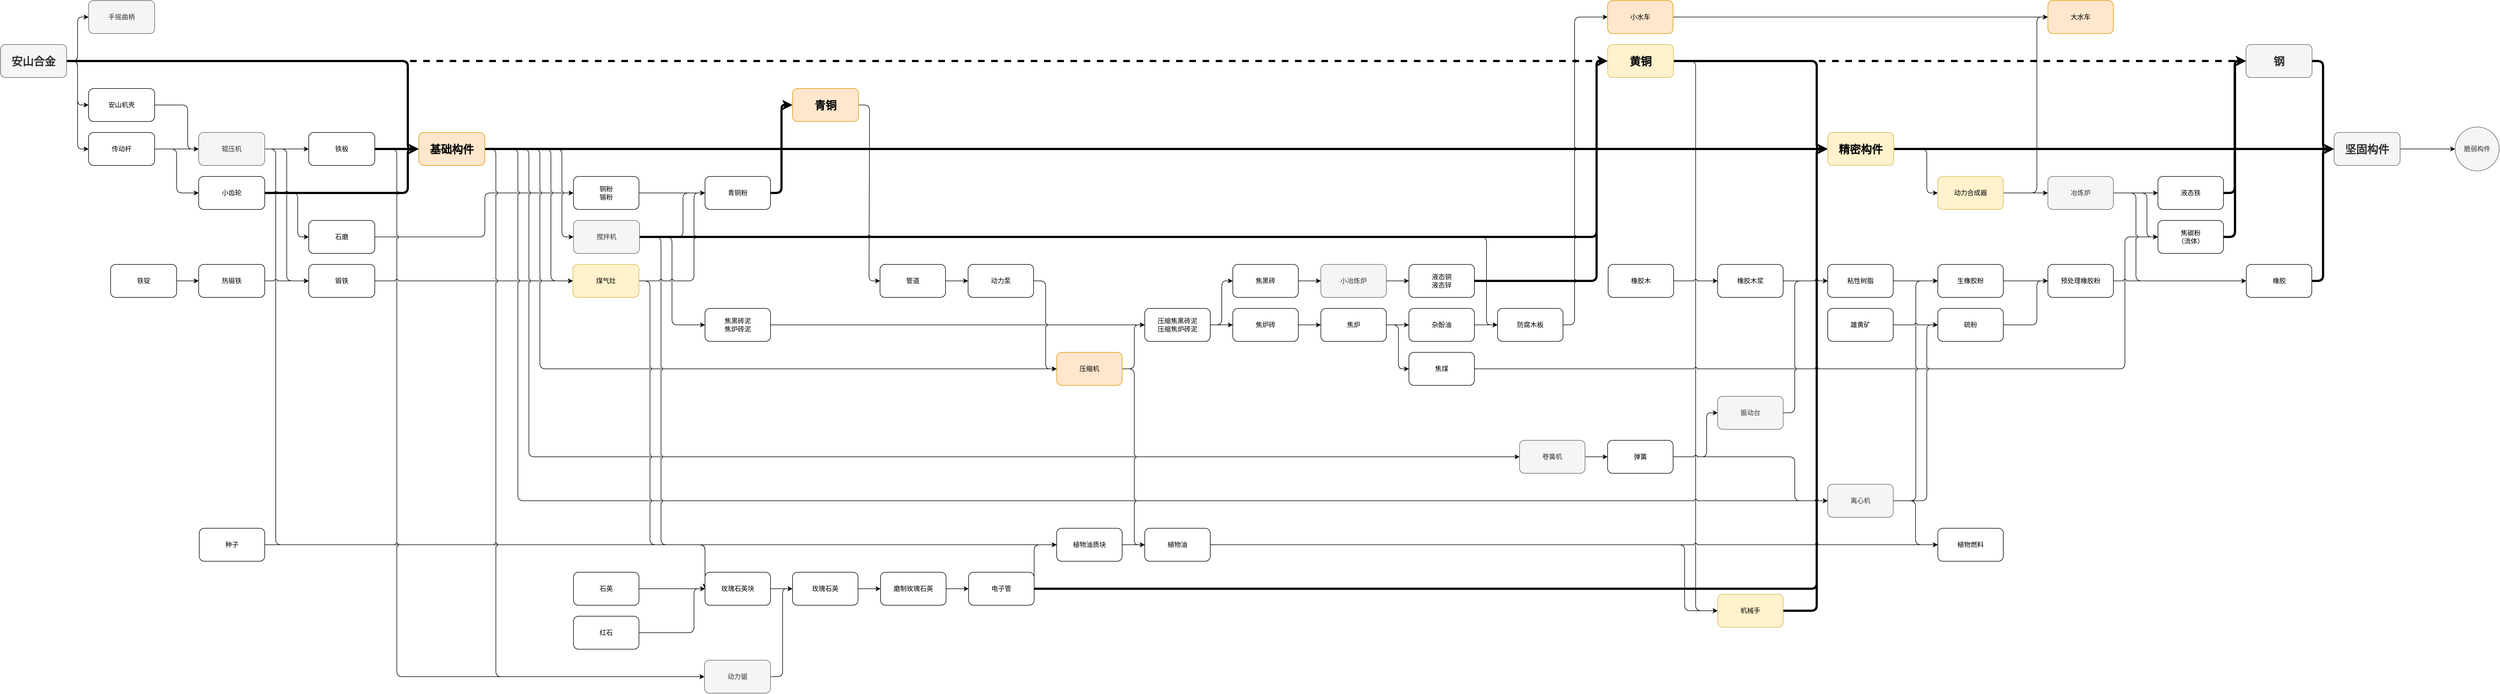
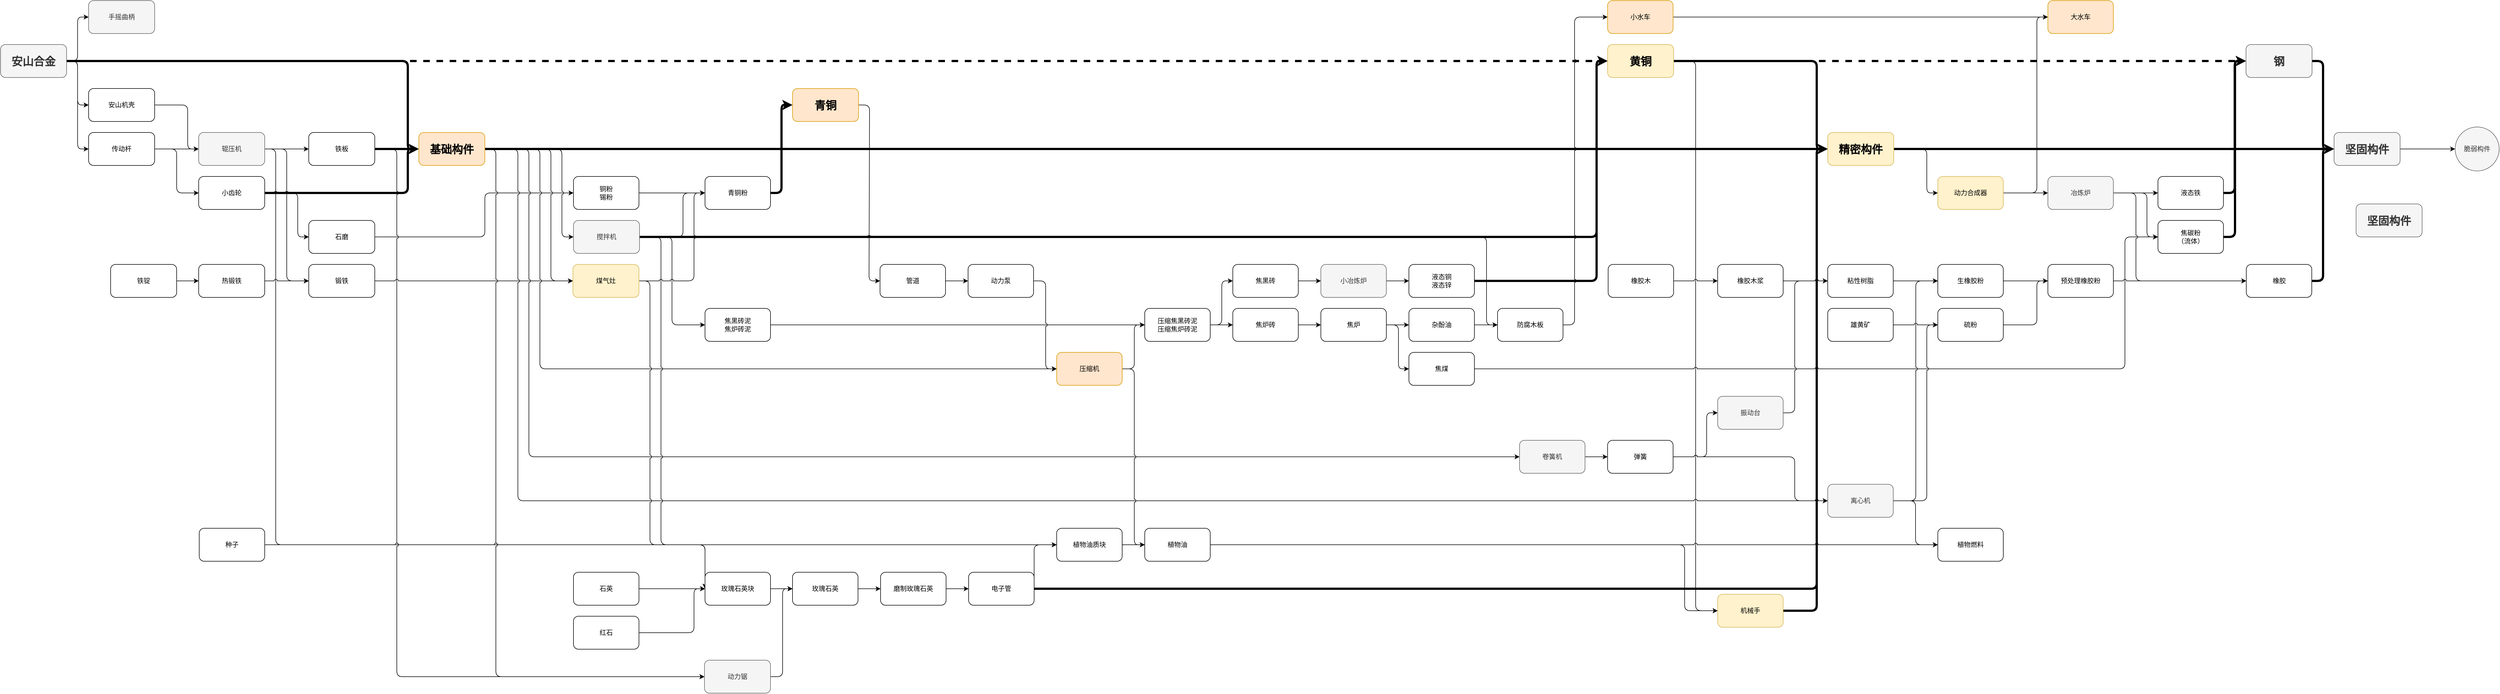
<mxfile host="app.diagrams.net">
  <diagram name="第 1 页" id="wbue6hbnNwZZhj_0dkD_">
-     <mxGraphModel dx="1562" dy="2036" grid="1" gridSize="10" guides="1" tooltips="1" connect="1" arrows="1" fold="1" page="1" pageScale="1" pageWidth="827" pageHeight="1169" math="0" shadow="0">
+     <mxGraphModel dx="1256" dy="1976" grid="1" gridSize="10" guides="1" tooltips="1" connect="1" arrows="1" fold="1" page="1" pageScale="1" pageWidth="827" pageHeight="1169" math="0" shadow="0">
      <root>
        <mxCell id="0" />
        <mxCell id="1" parent="0" />
        <mxCell id="hVVgvd0LLLONm7yzlIF5-7" edge="1" parent="1" source="hVVgvd0LLLONm7yzlIF5-4" style="edgeStyle=orthogonalEdgeStyle;rounded=1;orthogonalLoop=1;jettySize=auto;html=1;exitX=1;exitY=0.5;exitDx=0;exitDy=0;curved=0;strokeColor=#000000;align=center;verticalAlign=middle;fontFamily=Helvetica;fontSize=11;fontColor=default;labelBackgroundColor=default;jumpStyle=none;endArrow=classic;strokeWidth=4;dashed=1;" target="hVVgvd0LLLONm7yzlIF5-5">
          <mxGeometry relative="1" as="geometry">
            <Array as="points">
              <mxPoint x="310" y="-800" />
              <mxPoint x="310" y="-800" />
            </Array>
          </mxGeometry>
        </mxCell>
        <mxCell id="hVVgvd0LLLONm7yzlIF5-9" edge="1" parent="1" source="hVVgvd0LLLONm7yzlIF5-4" style="edgeStyle=orthogonalEdgeStyle;rounded=1;orthogonalLoop=1;jettySize=auto;html=1;exitX=1;exitY=0.5;exitDx=0;exitDy=0;entryX=0;entryY=0.5;entryDx=0;entryDy=0;curved=0;jumpStyle=arc;strokeColor=default;align=center;verticalAlign=middle;fontFamily=Helvetica;fontSize=11;fontColor=default;labelBackgroundColor=default;endArrow=classic;" target="hVVgvd0LLLONm7yzlIF5-8">
          <mxGeometry relative="1" as="geometry">
            <Array as="points">
              <mxPoint x="180" y="-800" />
              <mxPoint x="180" y="-640" />
            </Array>
          </mxGeometry>
        </mxCell>
        <mxCell id="hVVgvd0LLLONm7yzlIF5-11" edge="1" parent="1" source="hVVgvd0LLLONm7yzlIF5-4" style="edgeStyle=orthogonalEdgeStyle;rounded=1;orthogonalLoop=1;jettySize=auto;html=1;exitX=1;exitY=0.5;exitDx=0;exitDy=0;entryX=0;entryY=0.5;entryDx=0;entryDy=0;curved=0;strokeColor=default;align=center;verticalAlign=middle;fontFamily=Helvetica;fontSize=11;fontColor=default;labelBackgroundColor=default;jumpStyle=arc;endArrow=classic;" target="hVVgvd0LLLONm7yzlIF5-10">
          <mxGeometry relative="1" as="geometry" />
        </mxCell>
        <mxCell id="hVVgvd0LLLONm7yzlIF5-25" edge="1" parent="1" source="hVVgvd0LLLONm7yzlIF5-4" style="edgeStyle=orthogonalEdgeStyle;shape=connector;curved=0;rounded=1;jumpStyle=none;orthogonalLoop=1;jettySize=auto;html=1;exitX=1;exitY=0.5;exitDx=0;exitDy=0;entryX=0;entryY=0.5;entryDx=0;entryDy=0;strokeColor=default;align=center;verticalAlign=middle;fontFamily=Helvetica;fontSize=11;fontColor=default;labelBackgroundColor=default;endArrow=classic;strokeWidth=4;" target="hVVgvd0LLLONm7yzlIF5-23">
          <mxGeometry relative="1" as="geometry">
            <Array as="points">
              <mxPoint x="780" y="-800" />
              <mxPoint x="780" y="-640" />
            </Array>
          </mxGeometry>
        </mxCell>
        <mxCell id="BimTSkt5NrRpgPhiDMTA-27" edge="1" parent="1" source="hVVgvd0LLLONm7yzlIF5-4" style="edgeStyle=orthogonalEdgeStyle;shape=connector;curved=0;rounded=1;jumpStyle=arc;orthogonalLoop=1;jettySize=auto;html=1;exitX=1;exitY=0.5;exitDx=0;exitDy=0;entryX=0;entryY=0.5;entryDx=0;entryDy=0;strokeColor=default;align=center;verticalAlign=middle;fontFamily=Helvetica;fontSize=11;fontColor=default;labelBackgroundColor=default;endArrow=classic;" target="BimTSkt5NrRpgPhiDMTA-26">
          <mxGeometry relative="1" as="geometry" />
        </mxCell>
        <mxCell id="hVVgvd0LLLONm7yzlIF5-4" parent="1" style="rounded=1;whiteSpace=wrap;html=1;fillColor=#f5f5f5;fontColor=#333333;strokeColor=#666666;" value="&lt;b&gt;&lt;font style=&quot;font-size: 20px;&quot;&gt;安山合金&lt;/font&gt;&lt;/b&gt;" vertex="1">
          <mxGeometry height="60" width="120" x="40" y="-830" as="geometry" />
        </mxCell>
        <mxCell id="BimTSkt5NrRpgPhiDMTA-9" edge="1" parent="1" source="hVVgvd0LLLONm7yzlIF5-5" style="edgeStyle=orthogonalEdgeStyle;shape=connector;curved=0;rounded=1;jumpStyle=arc;orthogonalLoop=1;jettySize=auto;html=1;exitX=1;exitY=0.5;exitDx=0;exitDy=0;entryX=0;entryY=0.5;entryDx=0;entryDy=0;strokeColor=default;align=center;verticalAlign=middle;fontFamily=Helvetica;fontSize=11;fontColor=default;labelBackgroundColor=default;endArrow=classic;strokeWidth=4;" target="BimTSkt5NrRpgPhiDMTA-8">
          <mxGeometry relative="1" as="geometry">
            <Array as="points">
              <mxPoint x="3340" y="-800" />
              <mxPoint x="3340" y="-640" />
            </Array>
          </mxGeometry>
        </mxCell>
        <mxCell id="BimTSkt5NrRpgPhiDMTA-15" edge="1" parent="1" source="hVVgvd0LLLONm7yzlIF5-5" style="edgeStyle=orthogonalEdgeStyle;shape=connector;curved=0;rounded=1;jumpStyle=arc;orthogonalLoop=1;jettySize=auto;html=1;exitX=1;exitY=0.5;exitDx=0;exitDy=0;entryX=0;entryY=0.5;entryDx=0;entryDy=0;strokeColor=default;align=center;verticalAlign=middle;fontFamily=Helvetica;fontSize=11;fontColor=default;labelBackgroundColor=default;endArrow=classic;" target="BimTSkt5NrRpgPhiDMTA-11">
          <mxGeometry relative="1" as="geometry">
            <Array as="points">
              <mxPoint x="3120" y="-800" />
              <mxPoint x="3120" y="200" />
            </Array>
          </mxGeometry>
        </mxCell>
        <mxCell id="BimTSkt5NrRpgPhiDMTA-49" edge="1" parent="1" source="hVVgvd0LLLONm7yzlIF5-5" style="edgeStyle=orthogonalEdgeStyle;rounded=1;orthogonalLoop=1;jettySize=auto;html=1;exitX=1;exitY=0.5;exitDx=0;exitDy=0;entryX=0;entryY=0.5;entryDx=0;entryDy=0;strokeWidth=4;dashed=1;" target="BimTSkt5NrRpgPhiDMTA-45">
          <mxGeometry relative="1" as="geometry" />
        </mxCell>
        <mxCell id="hVVgvd0LLLONm7yzlIF5-5" parent="1" style="rounded=1;whiteSpace=wrap;html=1;fillColor=#fff2cc;strokeColor=#d6b656;" value="&lt;b&gt;&lt;font style=&quot;font-size: 20px;&quot;&gt;黄铜&lt;/font&gt;&lt;/b&gt;" vertex="1">
          <mxGeometry height="60" width="120" x="2960" y="-830" as="geometry" />
        </mxCell>
        <mxCell id="hVVgvd0LLLONm7yzlIF5-39" edge="1" parent="1" source="hVVgvd0LLLONm7yzlIF5-6" style="edgeStyle=orthogonalEdgeStyle;shape=connector;curved=0;rounded=1;jumpStyle=arc;orthogonalLoop=1;jettySize=auto;html=1;exitX=1;exitY=0.5;exitDx=0;exitDy=0;entryX=0;entryY=0.5;entryDx=0;entryDy=0;strokeColor=default;align=center;verticalAlign=middle;fontFamily=Helvetica;fontSize=11;fontColor=default;labelBackgroundColor=default;endArrow=classic;" target="hVVgvd0LLLONm7yzlIF5-38">
          <mxGeometry relative="1" as="geometry" />
        </mxCell>
        <mxCell id="hVVgvd0LLLONm7yzlIF5-6" parent="1" style="rounded=1;whiteSpace=wrap;html=1;fillColor=#ffe6cc;strokeColor=#d79b00;" value="&lt;b&gt;&lt;font style=&quot;font-size: 20px;&quot;&gt;青铜&lt;/font&gt;&lt;/b&gt;" vertex="1">
          <mxGeometry height="60" width="120" x="1479" y="-750" as="geometry" />
        </mxCell>
        <mxCell id="hVVgvd0LLLONm7yzlIF5-14" edge="1" parent="1" source="hVVgvd0LLLONm7yzlIF5-8" style="edgeStyle=orthogonalEdgeStyle;shape=connector;curved=0;rounded=1;orthogonalLoop=1;jettySize=auto;html=1;exitX=1;exitY=0.5;exitDx=0;exitDy=0;entryX=0;entryY=0.5;entryDx=0;entryDy=0;strokeColor=default;align=center;verticalAlign=middle;fontFamily=Helvetica;fontSize=11;fontColor=default;labelBackgroundColor=default;endArrow=classic;jumpStyle=arc;" target="hVVgvd0LLLONm7yzlIF5-12">
          <mxGeometry relative="1" as="geometry" />
        </mxCell>
        <mxCell id="hVVgvd0LLLONm7yzlIF5-16" edge="1" parent="1" source="hVVgvd0LLLONm7yzlIF5-8" style="edgeStyle=orthogonalEdgeStyle;shape=connector;curved=0;rounded=1;orthogonalLoop=1;jettySize=auto;html=1;exitX=1;exitY=0.5;exitDx=0;exitDy=0;entryX=0;entryY=0.5;entryDx=0;entryDy=0;strokeColor=default;align=center;verticalAlign=middle;fontFamily=Helvetica;fontSize=11;fontColor=default;labelBackgroundColor=default;endArrow=classic;jumpStyle=arc;" target="hVVgvd0LLLONm7yzlIF5-15">
          <mxGeometry relative="1" as="geometry">
            <Array as="points">
              <mxPoint x="360" y="-640" />
              <mxPoint x="360" y="-560" />
            </Array>
            <mxPoint x="320" y="-720.02" as="sourcePoint" />
            <mxPoint x="400" y="-560.02" as="targetPoint" />
          </mxGeometry>
        </mxCell>
        <mxCell id="hVVgvd0LLLONm7yzlIF5-8" parent="1" style="rounded=1;whiteSpace=wrap;html=1;" value="传动杆" vertex="1">
          <mxGeometry height="60" width="120" x="200" y="-670" as="geometry" />
        </mxCell>
        <mxCell id="hVVgvd0LLLONm7yzlIF5-13" edge="1" parent="1" source="hVVgvd0LLLONm7yzlIF5-10" style="edgeStyle=orthogonalEdgeStyle;shape=connector;curved=0;rounded=1;orthogonalLoop=1;jettySize=auto;html=1;exitX=1;exitY=0.5;exitDx=0;exitDy=0;strokeColor=default;align=center;verticalAlign=middle;fontFamily=Helvetica;fontSize=11;fontColor=default;labelBackgroundColor=default;endArrow=classic;entryX=0;entryY=0.5;entryDx=0;entryDy=0;jumpStyle=arc;" target="hVVgvd0LLLONm7yzlIF5-12">
          <mxGeometry relative="1" as="geometry">
            <Array as="points">
              <mxPoint x="380" y="-720" />
              <mxPoint x="380" y="-640" />
            </Array>
          </mxGeometry>
        </mxCell>
        <mxCell id="hVVgvd0LLLONm7yzlIF5-10" parent="1" style="rounded=1;whiteSpace=wrap;html=1;" value="安山机壳" vertex="1">
          <mxGeometry height="60" width="120" x="200" y="-750" as="geometry" />
        </mxCell>
        <mxCell id="hVVgvd0LLLONm7yzlIF5-19" edge="1" parent="1" source="hVVgvd0LLLONm7yzlIF5-12" style="edgeStyle=orthogonalEdgeStyle;shape=connector;curved=0;rounded=1;orthogonalLoop=1;jettySize=auto;html=1;exitX=1;exitY=0.5;exitDx=0;exitDy=0;entryX=0;entryY=0.5;entryDx=0;entryDy=0;strokeColor=default;align=center;verticalAlign=middle;fontFamily=Helvetica;fontSize=11;fontColor=default;labelBackgroundColor=default;endArrow=classic;jumpStyle=arc;" target="hVVgvd0LLLONm7yzlIF5-18">
          <mxGeometry relative="1" as="geometry" />
        </mxCell>
        <mxCell id="hVVgvd0LLLONm7yzlIF5-22" edge="1" parent="1" source="hVVgvd0LLLONm7yzlIF5-12" style="edgeStyle=orthogonalEdgeStyle;shape=connector;curved=0;rounded=1;orthogonalLoop=1;jettySize=auto;html=1;exitX=1;exitY=0.5;exitDx=0;exitDy=0;entryX=0;entryY=0.5;entryDx=0;entryDy=0;strokeColor=default;align=center;verticalAlign=middle;fontFamily=Helvetica;fontSize=11;fontColor=default;labelBackgroundColor=default;endArrow=classic;jumpStyle=arc;" target="hVVgvd0LLLONm7yzlIF5-21">
          <mxGeometry relative="1" as="geometry" />
        </mxCell>
        <mxCell id="BimTSkt5NrRpgPhiDMTA-93" edge="1" parent="1" source="hVVgvd0LLLONm7yzlIF5-12" style="edgeStyle=orthogonalEdgeStyle;shape=connector;rounded=1;jumpStyle=arc;orthogonalLoop=1;jettySize=auto;html=1;exitX=1;exitY=0.5;exitDx=0;exitDy=0;entryX=0;entryY=0.5;entryDx=0;entryDy=0;strokeColor=default;align=center;verticalAlign=middle;fontFamily=Helvetica;fontSize=11;fontColor=default;labelBackgroundColor=default;endArrow=classic;" target="BimTSkt5NrRpgPhiDMTA-90">
          <mxGeometry relative="1" as="geometry">
            <Array as="points">
              <mxPoint x="540" y="-640" />
              <mxPoint x="540" y="80" />
            </Array>
          </mxGeometry>
        </mxCell>
        <mxCell id="hVVgvd0LLLONm7yzlIF5-12" parent="1" style="rounded=1;whiteSpace=wrap;html=1;fillColor=#f5f5f5;fontColor=#333333;strokeColor=#666666;" value="辊压机" vertex="1">
          <mxGeometry height="60" width="120" x="400" y="-670" as="geometry" />
        </mxCell>
        <mxCell id="hVVgvd0LLLONm7yzlIF5-20" edge="1" parent="1" source="hVVgvd0LLLONm7yzlIF5-15" style="edgeStyle=orthogonalEdgeStyle;shape=connector;curved=0;rounded=1;orthogonalLoop=1;jettySize=auto;html=1;exitX=1;exitY=0.5;exitDx=0;exitDy=0;strokeColor=default;align=center;verticalAlign=middle;fontFamily=Helvetica;fontSize=11;fontColor=default;labelBackgroundColor=default;endArrow=classic;entryX=0;entryY=0.5;entryDx=0;entryDy=0;jumpStyle=arc;" target="hVVgvd0LLLONm7yzlIF5-17">
          <mxGeometry relative="1" as="geometry">
            <Array as="points">
              <mxPoint x="580" y="-560" />
              <mxPoint x="580" y="-480" />
            </Array>
            <mxPoint x="590" y="-560.0344827586207" as="targetPoint" />
          </mxGeometry>
        </mxCell>
        <mxCell id="BimTSkt5NrRpgPhiDMTA-10" edge="1" parent="1" source="hVVgvd0LLLONm7yzlIF5-15" style="edgeStyle=orthogonalEdgeStyle;shape=connector;curved=0;rounded=1;jumpStyle=none;orthogonalLoop=1;jettySize=auto;html=1;exitX=1;exitY=0.5;exitDx=0;exitDy=0;entryX=0;entryY=0.5;entryDx=0;entryDy=0;strokeColor=default;align=center;verticalAlign=middle;fontFamily=Helvetica;fontSize=11;fontColor=default;labelBackgroundColor=default;endArrow=classic;strokeWidth=4;" target="hVVgvd0LLLONm7yzlIF5-23">
          <mxGeometry relative="1" as="geometry">
            <Array as="points">
              <mxPoint x="780" y="-560" />
              <mxPoint x="780" y="-640" />
            </Array>
          </mxGeometry>
        </mxCell>
        <mxCell id="hVVgvd0LLLONm7yzlIF5-15" parent="1" style="rounded=1;whiteSpace=wrap;html=1;" value="小齿轮" vertex="1">
          <mxGeometry height="60" width="120" x="400" y="-590" as="geometry" />
        </mxCell>
        <mxCell id="hVVgvd0LLLONm7yzlIF5-35" edge="1" parent="1" source="hVVgvd0LLLONm7yzlIF5-17" style="edgeStyle=orthogonalEdgeStyle;shape=connector;curved=0;rounded=1;jumpStyle=arc;orthogonalLoop=1;jettySize=auto;html=1;exitX=1;exitY=0.5;exitDx=0;exitDy=0;entryX=0;entryY=0.5;entryDx=0;entryDy=0;strokeColor=default;align=center;verticalAlign=middle;fontFamily=Helvetica;fontSize=11;fontColor=default;labelBackgroundColor=default;endArrow=classic;" target="hVVgvd0LLLONm7yzlIF5-32">
          <mxGeometry relative="1" as="geometry">
            <Array as="points">
              <mxPoint x="920" y="-480" />
              <mxPoint x="920" y="-560" />
            </Array>
          </mxGeometry>
        </mxCell>
        <mxCell id="hVVgvd0LLLONm7yzlIF5-17" parent="1" style="rounded=1;whiteSpace=wrap;html=1;" value="石磨" vertex="1">
          <mxGeometry height="60" width="120" x="600" y="-510" as="geometry" />
        </mxCell>
        <mxCell id="hVVgvd0LLLONm7yzlIF5-24" edge="1" parent="1" source="hVVgvd0LLLONm7yzlIF5-18" style="edgeStyle=orthogonalEdgeStyle;shape=connector;curved=0;rounded=1;jumpStyle=none;orthogonalLoop=1;jettySize=auto;html=1;exitX=1;exitY=0.5;exitDx=0;exitDy=0;strokeColor=default;align=center;verticalAlign=middle;fontFamily=Helvetica;fontSize=11;fontColor=default;labelBackgroundColor=default;endArrow=classic;strokeWidth=4;entryX=0;entryY=0.5;entryDx=0;entryDy=0;" target="hVVgvd0LLLONm7yzlIF5-23">
          <mxGeometry relative="1" as="geometry" />
        </mxCell>
        <mxCell id="4fcqwB5ZCuZv3aRTupUW-13" edge="1" parent="1" source="hVVgvd0LLLONm7yzlIF5-18" style="edgeStyle=orthogonalEdgeStyle;shape=connector;curved=0;rounded=1;jumpStyle=arc;orthogonalLoop=1;jettySize=auto;html=1;exitX=1;exitY=0.5;exitDx=0;exitDy=0;entryX=0;entryY=0.5;entryDx=0;entryDy=0;strokeColor=default;align=center;verticalAlign=middle;fontFamily=Helvetica;fontSize=11;fontColor=default;labelBackgroundColor=default;endArrow=classic;" target="4fcqwB5ZCuZv3aRTupUW-11">
          <mxGeometry relative="1" as="geometry">
            <Array as="points">
              <mxPoint x="760" y="-640" />
              <mxPoint x="760" y="320" />
            </Array>
          </mxGeometry>
        </mxCell>
        <mxCell id="hVVgvd0LLLONm7yzlIF5-18" parent="1" style="rounded=1;whiteSpace=wrap;html=1;" value="铁板" vertex="1">
          <mxGeometry height="60" width="120" x="600" y="-670" as="geometry" />
        </mxCell>
        <mxCell id="BimTSkt5NrRpgPhiDMTA-78" edge="1" parent="1" source="hVVgvd0LLLONm7yzlIF5-21" style="edgeStyle=orthogonalEdgeStyle;shape=connector;rounded=1;jumpStyle=arc;orthogonalLoop=1;jettySize=auto;html=1;exitX=1;exitY=0.5;exitDx=0;exitDy=0;entryX=0;entryY=0.5;entryDx=0;entryDy=0;strokeColor=default;align=center;verticalAlign=middle;fontFamily=Helvetica;fontSize=11;fontColor=default;labelBackgroundColor=default;endArrow=classic;" target="hVVgvd0LLLONm7yzlIF5-48">
          <mxGeometry relative="1" as="geometry" />
        </mxCell>
        <mxCell id="hVVgvd0LLLONm7yzlIF5-21" parent="1" style="rounded=1;whiteSpace=wrap;html=1;" value="锻铁" vertex="1">
          <mxGeometry height="60" width="120" x="600" y="-430" as="geometry" />
        </mxCell>
        <mxCell id="hVVgvd0LLLONm7yzlIF5-28" edge="1" parent="1" style="edgeStyle=orthogonalEdgeStyle;shape=connector;curved=0;rounded=1;jumpStyle=arc;orthogonalLoop=1;jettySize=auto;html=1;entryX=0;entryY=0.5;entryDx=0;entryDy=0;strokeColor=default;align=center;verticalAlign=middle;fontFamily=Helvetica;fontSize=11;fontColor=default;labelBackgroundColor=default;endArrow=classic;" target="hVVgvd0LLLONm7yzlIF5-27">
          <mxGeometry relative="1" as="geometry">
            <Array as="points">
              <mxPoint x="1060" y="-640" />
              <mxPoint x="1060" y="-480" />
            </Array>
            <mxPoint x="920" y="-640" as="sourcePoint" />
          </mxGeometry>
        </mxCell>
        <mxCell id="hVVgvd0LLLONm7yzlIF5-44" edge="1" parent="1" source="hVVgvd0LLLONm7yzlIF5-23" style="edgeStyle=orthogonalEdgeStyle;shape=connector;curved=0;rounded=1;jumpStyle=arc;orthogonalLoop=1;jettySize=auto;html=1;exitX=1;exitY=0.5;exitDx=0;exitDy=0;entryX=0;entryY=0.5;entryDx=0;entryDy=0;strokeColor=default;align=center;verticalAlign=middle;fontFamily=Helvetica;fontSize=11;fontColor=default;labelBackgroundColor=default;endArrow=classic;" target="hVVgvd0LLLONm7yzlIF5-42">
          <mxGeometry relative="1" as="geometry">
            <Array as="points">
              <mxPoint x="1020" y="-640" />
              <mxPoint x="1020" y="-240" />
            </Array>
            <mxPoint x="960" y="-640" as="sourcePoint" />
          </mxGeometry>
        </mxCell>
        <mxCell id="hVVgvd0LLLONm7yzlIF5-50" edge="1" parent="1" source="hVVgvd0LLLONm7yzlIF5-23" style="edgeStyle=orthogonalEdgeStyle;shape=connector;curved=0;rounded=1;jumpStyle=arc;orthogonalLoop=1;jettySize=auto;html=1;exitX=1;exitY=0.5;exitDx=0;exitDy=0;entryX=0;entryY=0.5;entryDx=0;entryDy=0;strokeColor=default;align=center;verticalAlign=middle;fontFamily=Helvetica;fontSize=11;fontColor=default;labelBackgroundColor=default;endArrow=classic;" target="hVVgvd0LLLONm7yzlIF5-48">
          <mxGeometry relative="1" as="geometry">
            <Array as="points">
              <mxPoint x="1040" y="-640" />
              <mxPoint x="1040" y="-400" />
            </Array>
            <mxPoint x="960" y="-640" as="sourcePoint" />
          </mxGeometry>
        </mxCell>
        <mxCell id="4fcqwB5ZCuZv3aRTupUW-12" edge="1" parent="1" source="hVVgvd0LLLONm7yzlIF5-23" style="edgeStyle=orthogonalEdgeStyle;shape=connector;curved=0;rounded=1;jumpStyle=arc;orthogonalLoop=1;jettySize=auto;html=1;exitX=1;exitY=0.5;exitDx=0;exitDy=0;entryX=0;entryY=0.5;entryDx=0;entryDy=0;strokeColor=default;align=center;verticalAlign=middle;fontFamily=Helvetica;fontSize=11;fontColor=default;labelBackgroundColor=default;endArrow=classic;" target="4fcqwB5ZCuZv3aRTupUW-11">
          <mxGeometry relative="1" as="geometry">
            <Array as="points">
              <mxPoint x="940" y="-640" />
              <mxPoint x="940" y="320" />
            </Array>
          </mxGeometry>
        </mxCell>
        <mxCell id="BimTSkt5NrRpgPhiDMTA-16" edge="1" parent="1" source="hVVgvd0LLLONm7yzlIF5-23" style="edgeStyle=orthogonalEdgeStyle;shape=connector;curved=0;rounded=1;jumpStyle=none;orthogonalLoop=1;jettySize=auto;html=1;exitX=1;exitY=0.5;exitDx=0;exitDy=0;entryX=0;entryY=0.5;entryDx=0;entryDy=0;strokeColor=#000000;align=center;verticalAlign=middle;fontFamily=Helvetica;fontSize=11;fontColor=default;labelBackgroundColor=default;endArrow=classic;strokeWidth=4;" target="BimTSkt5NrRpgPhiDMTA-8">
          <mxGeometry relative="1" as="geometry" />
        </mxCell>
        <mxCell id="BimTSkt5NrRpgPhiDMTA-76" edge="1" parent="1" source="hVVgvd0LLLONm7yzlIF5-23" style="edgeStyle=orthogonalEdgeStyle;shape=connector;rounded=1;jumpStyle=arc;orthogonalLoop=1;jettySize=auto;html=1;exitX=1;exitY=0.5;exitDx=0;exitDy=0;strokeColor=default;align=center;verticalAlign=middle;fontFamily=Helvetica;fontSize=11;fontColor=default;labelBackgroundColor=default;endArrow=classic;entryX=0;entryY=0.5;entryDx=0;entryDy=0;" target="BimTSkt5NrRpgPhiDMTA-73">
          <mxGeometry relative="1" as="geometry">
            <Array as="points">
              <mxPoint x="1000" y="-640" />
              <mxPoint x="1000" y="-80" />
            </Array>
            <mxPoint x="2200" y="-110" as="targetPoint" />
          </mxGeometry>
        </mxCell>
        <mxCell id="BimTSkt5NrRpgPhiDMTA-83" edge="1" parent="1" source="hVVgvd0LLLONm7yzlIF5-23" style="edgeStyle=orthogonalEdgeStyle;shape=connector;rounded=1;jumpStyle=arc;orthogonalLoop=1;jettySize=auto;html=1;exitX=1;exitY=0.5;exitDx=0;exitDy=0;entryX=0;entryY=0.5;entryDx=0;entryDy=0;strokeColor=default;align=center;verticalAlign=middle;fontFamily=Helvetica;fontSize=11;fontColor=default;labelBackgroundColor=default;endArrow=classic;" target="BimTSkt5NrRpgPhiDMTA-65">
          <mxGeometry relative="1" as="geometry">
            <Array as="points">
              <mxPoint x="980" y="-640" />
              <mxPoint x="980" />
            </Array>
          </mxGeometry>
        </mxCell>
        <mxCell id="hVVgvd0LLLONm7yzlIF5-23" parent="1" style="rounded=1;whiteSpace=wrap;html=1;fillColor=#ffe6cc;strokeColor=#d79b00;" value="&lt;b&gt;&lt;font style=&quot;font-size: 20px;&quot;&gt;基础构件&lt;/font&gt;&lt;/b&gt;" vertex="1">
          <mxGeometry height="60" width="120" x="800" y="-670" as="geometry" />
        </mxCell>
        <mxCell id="hVVgvd0LLLONm7yzlIF5-30" edge="1" parent="1" source="hVVgvd0LLLONm7yzlIF5-27" style="edgeStyle=orthogonalEdgeStyle;shape=connector;curved=0;rounded=1;jumpStyle=arc;orthogonalLoop=1;jettySize=auto;html=1;exitX=1;exitY=0.5;exitDx=0;exitDy=0;strokeColor=default;align=center;verticalAlign=middle;fontFamily=Helvetica;fontSize=11;fontColor=default;labelBackgroundColor=default;endArrow=classic;entryX=0;entryY=0.5;entryDx=0;entryDy=0;" target="hVVgvd0LLLONm7yzlIF5-29">
          <mxGeometry relative="1" as="geometry">
            <Array as="points">
              <mxPoint x="1280" y="-480" />
              <mxPoint x="1280" y="-560" />
            </Array>
            <mxPoint x="1280" y="-470" as="targetPoint" />
          </mxGeometry>
        </mxCell>
        <mxCell id="hVVgvd0LLLONm7yzlIF5-37" edge="1" parent="1" source="hVVgvd0LLLONm7yzlIF5-27" style="edgeStyle=orthogonalEdgeStyle;shape=connector;curved=0;rounded=1;jumpStyle=arc;orthogonalLoop=1;jettySize=auto;html=1;exitX=1;exitY=0.5;exitDx=0;exitDy=0;entryX=0;entryY=0.5;entryDx=0;entryDy=0;strokeColor=default;align=center;verticalAlign=middle;fontFamily=Helvetica;fontSize=11;fontColor=default;labelBackgroundColor=default;endArrow=classic;" target="hVVgvd0LLLONm7yzlIF5-36">
          <mxGeometry relative="1" as="geometry">
            <Array as="points">
              <mxPoint x="1260" y="-480" />
              <mxPoint x="1260" y="-320" />
              <mxPoint x="1320" y="-320" />
            </Array>
          </mxGeometry>
        </mxCell>
        <mxCell id="4fcqwB5ZCuZv3aRTupUW-6" edge="1" parent="1" source="hVVgvd0LLLONm7yzlIF5-27" style="edgeStyle=orthogonalEdgeStyle;shape=connector;curved=0;rounded=1;jumpStyle=arc;orthogonalLoop=1;jettySize=auto;html=1;exitX=1;exitY=0.5;exitDx=0;exitDy=0;entryX=0;entryY=0.5;entryDx=0;entryDy=0;strokeColor=default;align=center;verticalAlign=middle;fontFamily=Helvetica;fontSize=11;fontColor=default;labelBackgroundColor=default;endArrow=classic;" target="4fcqwB5ZCuZv3aRTupUW-4">
          <mxGeometry relative="1" as="geometry">
            <Array as="points">
              <mxPoint x="1240" y="-480" />
              <mxPoint x="1240" y="80" />
            </Array>
          </mxGeometry>
        </mxCell>
        <mxCell id="BimTSkt5NrRpgPhiDMTA-6" edge="1" parent="1" source="hVVgvd0LLLONm7yzlIF5-27" style="edgeStyle=orthogonalEdgeStyle;shape=connector;curved=0;rounded=1;jumpStyle=none;orthogonalLoop=1;jettySize=auto;html=1;exitX=1;exitY=0.5;exitDx=0;exitDy=0;strokeColor=default;align=center;verticalAlign=middle;fontFamily=Helvetica;fontSize=11;fontColor=default;labelBackgroundColor=default;endArrow=classic;entryX=0;entryY=0.5;entryDx=0;entryDy=0;strokeWidth=4;" target="hVVgvd0LLLONm7yzlIF5-5">
          <mxGeometry relative="1" as="geometry">
            <Array as="points">
              <mxPoint x="2940" y="-480" />
              <mxPoint x="2940" y="-800" />
            </Array>
            <mxPoint x="2680" y="-790" as="targetPoint" />
          </mxGeometry>
        </mxCell>
        <mxCell id="BimTSkt5NrRpgPhiDMTA-31" edge="1" parent="1" source="hVVgvd0LLLONm7yzlIF5-27" style="edgeStyle=orthogonalEdgeStyle;shape=connector;curved=0;rounded=1;jumpStyle=arc;orthogonalLoop=1;jettySize=auto;html=1;exitX=1;exitY=0.5;exitDx=0;exitDy=0;entryX=0;entryY=0.5;entryDx=0;entryDy=0;strokeColor=default;align=center;verticalAlign=middle;fontFamily=Helvetica;fontSize=11;fontColor=default;labelBackgroundColor=default;endArrow=classic;" target="BimTSkt5NrRpgPhiDMTA-29">
          <mxGeometry relative="1" as="geometry">
            <Array as="points">
              <mxPoint x="2740" y="-480" />
              <mxPoint x="2740" y="-320" />
            </Array>
          </mxGeometry>
        </mxCell>
        <mxCell id="hVVgvd0LLLONm7yzlIF5-27" parent="1" style="rounded=1;whiteSpace=wrap;html=1;fillColor=#f5f5f5;fontColor=#333333;strokeColor=#666666;" value="搅拌机" vertex="1">
          <mxGeometry height="60" width="120" x="1081" y="-510" as="geometry" />
        </mxCell>
        <mxCell id="hVVgvd0LLLONm7yzlIF5-31" edge="1" parent="1" source="hVVgvd0LLLONm7yzlIF5-29" style="edgeStyle=orthogonalEdgeStyle;shape=connector;curved=0;rounded=1;jumpStyle=none;orthogonalLoop=1;jettySize=auto;html=1;exitX=1;exitY=0.5;exitDx=0;exitDy=0;entryX=0;entryY=0.5;entryDx=0;entryDy=0;strokeColor=default;align=center;verticalAlign=middle;fontFamily=Helvetica;fontSize=11;fontColor=default;labelBackgroundColor=default;endArrow=classic;strokeWidth=4;" target="hVVgvd0LLLONm7yzlIF5-6">
          <mxGeometry relative="1" as="geometry" />
        </mxCell>
        <mxCell id="hVVgvd0LLLONm7yzlIF5-29" parent="1" style="rounded=1;whiteSpace=wrap;html=1;" value="青铜粉" vertex="1">
          <mxGeometry height="60" width="119" x="1320" y="-590" as="geometry" />
        </mxCell>
        <mxCell id="hVVgvd0LLLONm7yzlIF5-34" edge="1" parent="1" source="hVVgvd0LLLONm7yzlIF5-32" style="edgeStyle=orthogonalEdgeStyle;shape=connector;curved=0;rounded=1;jumpStyle=arc;orthogonalLoop=1;jettySize=auto;html=1;exitX=1;exitY=0.5;exitDx=0;exitDy=0;entryX=0;entryY=0.5;entryDx=0;entryDy=0;strokeColor=default;align=center;verticalAlign=middle;fontFamily=Helvetica;fontSize=11;fontColor=default;labelBackgroundColor=default;endArrow=classic;" target="hVVgvd0LLLONm7yzlIF5-29">
          <mxGeometry relative="1" as="geometry">
            <Array as="points">
              <mxPoint x="1270" y="-560" />
              <mxPoint x="1270" y="-560" />
            </Array>
          </mxGeometry>
        </mxCell>
        <mxCell id="hVVgvd0LLLONm7yzlIF5-32" parent="1" style="rounded=1;whiteSpace=wrap;html=1;" value="铜粉&lt;div&gt;锡粉&lt;/div&gt;" vertex="1">
          <mxGeometry height="60" width="119" x="1081" y="-590" as="geometry" />
        </mxCell>
        <mxCell id="hVVgvd0LLLONm7yzlIF5-47" edge="1" parent="1" source="hVVgvd0LLLONm7yzlIF5-36" style="edgeStyle=orthogonalEdgeStyle;shape=connector;curved=0;rounded=1;jumpStyle=arc;orthogonalLoop=1;jettySize=auto;html=1;exitX=1;exitY=0.5;exitDx=0;exitDy=0;entryX=0;entryY=0.5;entryDx=0;entryDy=0;strokeColor=default;align=center;verticalAlign=middle;fontFamily=Helvetica;fontSize=11;fontColor=default;labelBackgroundColor=default;endArrow=classic;" target="hVVgvd0LLLONm7yzlIF5-45">
          <mxGeometry relative="1" as="geometry">
            <Array as="points">
              <mxPoint x="2119" y="-320" />
            </Array>
          </mxGeometry>
        </mxCell>
        <mxCell id="hVVgvd0LLLONm7yzlIF5-36" parent="1" style="rounded=1;whiteSpace=wrap;html=1;" value="焦黑砖泥&lt;div&gt;焦炉砖泥&lt;/div&gt;" vertex="1">
          <mxGeometry height="60" width="119" x="1320" y="-350" as="geometry" />
        </mxCell>
        <mxCell id="hVVgvd0LLLONm7yzlIF5-41" edge="1" parent="1" source="hVVgvd0LLLONm7yzlIF5-38" style="edgeStyle=orthogonalEdgeStyle;shape=connector;curved=0;rounded=1;jumpStyle=arc;orthogonalLoop=1;jettySize=auto;html=1;exitX=1;exitY=0.5;exitDx=0;exitDy=0;strokeColor=default;align=center;verticalAlign=middle;fontFamily=Helvetica;fontSize=11;fontColor=default;labelBackgroundColor=default;endArrow=classic;" target="hVVgvd0LLLONm7yzlIF5-40">
          <mxGeometry relative="1" as="geometry" />
        </mxCell>
        <mxCell id="hVVgvd0LLLONm7yzlIF5-38" parent="1" style="rounded=1;whiteSpace=wrap;html=1;" value="管道" vertex="1">
          <mxGeometry height="60" width="119" x="1638" y="-430" as="geometry" />
        </mxCell>
        <mxCell id="hVVgvd0LLLONm7yzlIF5-43" edge="1" parent="1" source="hVVgvd0LLLONm7yzlIF5-40" style="edgeStyle=orthogonalEdgeStyle;shape=connector;curved=0;rounded=1;jumpStyle=arc;orthogonalLoop=1;jettySize=auto;html=1;exitX=1;exitY=0.5;exitDx=0;exitDy=0;strokeColor=default;align=center;verticalAlign=middle;fontFamily=Helvetica;fontSize=11;fontColor=default;labelBackgroundColor=default;endArrow=classic;" target="hVVgvd0LLLONm7yzlIF5-42">
          <mxGeometry relative="1" as="geometry">
            <Array as="points">
              <mxPoint x="1939" y="-400" />
              <mxPoint x="1939" y="-240" />
            </Array>
          </mxGeometry>
        </mxCell>
        <mxCell id="hVVgvd0LLLONm7yzlIF5-40" parent="1" style="rounded=1;whiteSpace=wrap;html=1;" value="动力泵" vertex="1">
          <mxGeometry height="60" width="119" x="1798" y="-430" as="geometry" />
        </mxCell>
        <mxCell id="hVVgvd0LLLONm7yzlIF5-46" edge="1" parent="1" source="hVVgvd0LLLONm7yzlIF5-42" style="edgeStyle=orthogonalEdgeStyle;shape=connector;curved=0;rounded=1;jumpStyle=arc;orthogonalLoop=1;jettySize=auto;html=1;exitX=1;exitY=0.5;exitDx=0;exitDy=0;entryX=0;entryY=0.5;entryDx=0;entryDy=0;strokeColor=default;align=center;verticalAlign=middle;fontFamily=Helvetica;fontSize=11;fontColor=default;labelBackgroundColor=default;endArrow=classic;" target="hVVgvd0LLLONm7yzlIF5-45">
          <mxGeometry relative="1" as="geometry">
            <Array as="points">
              <mxPoint x="2100" y="-240" />
              <mxPoint x="2100" y="-320" />
            </Array>
          </mxGeometry>
        </mxCell>
        <mxCell id="BimTSkt5NrRpgPhiDMTA-89" edge="1" parent="1" source="hVVgvd0LLLONm7yzlIF5-42" style="edgeStyle=orthogonalEdgeStyle;shape=connector;rounded=1;jumpStyle=arc;orthogonalLoop=1;jettySize=auto;html=1;exitX=1;exitY=0.5;exitDx=0;exitDy=0;entryX=0;entryY=0.5;entryDx=0;entryDy=0;strokeColor=default;align=center;verticalAlign=middle;fontFamily=Helvetica;fontSize=11;fontColor=default;labelBackgroundColor=default;endArrow=classic;" target="BimTSkt5NrRpgPhiDMTA-87">
          <mxGeometry relative="1" as="geometry">
            <Array as="points">
              <mxPoint x="2100" y="-240" />
              <mxPoint x="2100" y="80" />
            </Array>
          </mxGeometry>
        </mxCell>
        <mxCell id="hVVgvd0LLLONm7yzlIF5-42" parent="1" style="rounded=1;whiteSpace=wrap;html=1;fillColor=#ffe6cc;strokeColor=#d79b00;" value="压缩机" vertex="1">
          <mxGeometry height="60" width="119" x="1959" y="-270" as="geometry" />
        </mxCell>
        <mxCell id="Ze34olLxH3gQG4Mn-upq-2" edge="1" parent="1" source="hVVgvd0LLLONm7yzlIF5-45" style="edgeStyle=orthogonalEdgeStyle;rounded=1;orthogonalLoop=1;jettySize=auto;html=1;exitX=1;exitY=0.5;exitDx=0;exitDy=0;entryX=0;entryY=0.5;entryDx=0;entryDy=0;" target="Ze34olLxH3gQG4Mn-upq-1">
          <mxGeometry relative="1" as="geometry">
            <Array as="points">
              <mxPoint x="2259" y="-320" />
              <mxPoint x="2259" y="-400" />
            </Array>
          </mxGeometry>
        </mxCell>
        <mxCell id="BimTSkt5NrRpgPhiDMTA-18" edge="1" parent="1" source="hVVgvd0LLLONm7yzlIF5-45" style="edgeStyle=orthogonalEdgeStyle;shape=connector;curved=0;rounded=1;jumpStyle=arc;orthogonalLoop=1;jettySize=auto;html=1;exitX=1;exitY=0.5;exitDx=0;exitDy=0;entryX=0;entryY=0.5;entryDx=0;entryDy=0;strokeColor=default;align=center;verticalAlign=middle;fontFamily=Helvetica;fontSize=11;fontColor=default;labelBackgroundColor=default;endArrow=classic;" target="BimTSkt5NrRpgPhiDMTA-17">
          <mxGeometry relative="1" as="geometry">
            <Array as="points">
              <mxPoint x="2279" y="-320" />
            </Array>
          </mxGeometry>
        </mxCell>
        <mxCell id="hVVgvd0LLLONm7yzlIF5-45" parent="1" style="rounded=1;whiteSpace=wrap;html=1;" value="压缩焦黑砖泥&lt;div&gt;压缩焦炉砖泥&lt;/div&gt;" vertex="1">
          <mxGeometry height="60" width="119" x="2119" y="-350" as="geometry" />
        </mxCell>
        <mxCell id="hVVgvd0LLLONm7yzlIF5-49" edge="1" parent="1" source="hVVgvd0LLLONm7yzlIF5-48" style="edgeStyle=orthogonalEdgeStyle;shape=connector;curved=0;rounded=1;jumpStyle=arc;orthogonalLoop=1;jettySize=auto;html=1;exitX=1;exitY=0.5;exitDx=0;exitDy=0;entryX=0;entryY=0.5;entryDx=0;entryDy=0;strokeColor=default;align=center;verticalAlign=middle;fontFamily=Helvetica;fontSize=11;fontColor=default;labelBackgroundColor=default;endArrow=classic;" target="hVVgvd0LLLONm7yzlIF5-29">
          <mxGeometry relative="1" as="geometry">
            <Array as="points">
              <mxPoint x="1300" y="-400" />
              <mxPoint x="1300" y="-560" />
            </Array>
          </mxGeometry>
        </mxCell>
        <mxCell id="2kDL9RDc8AbcMjuMP2Lo-1" edge="1" parent="1" source="hVVgvd0LLLONm7yzlIF5-48" style="edgeStyle=orthogonalEdgeStyle;rounded=1;orthogonalLoop=1;jettySize=auto;html=1;exitX=1;exitY=0.5;exitDx=0;exitDy=0;entryX=0;entryY=0.5;entryDx=0;entryDy=0;jumpStyle=arc;curved=0;" target="4fcqwB5ZCuZv3aRTupUW-4">
          <mxGeometry relative="1" as="geometry">
            <Array as="points">
              <mxPoint x="1220" y="-400" />
              <mxPoint x="1220" y="80" />
            </Array>
          </mxGeometry>
        </mxCell>
        <mxCell id="hVVgvd0LLLONm7yzlIF5-48" parent="1" style="rounded=1;whiteSpace=wrap;html=1;fillColor=#fff2cc;strokeColor=#d6b656;" value="煤气灶" vertex="1">
          <mxGeometry height="60" width="120" x="1080" y="-430" as="geometry" />
        </mxCell>
        <mxCell id="4fcqwB5ZCuZv3aRTupUW-8" edge="1" parent="1" source="4fcqwB5ZCuZv3aRTupUW-1" style="edgeStyle=orthogonalEdgeStyle;shape=connector;curved=0;rounded=1;jumpStyle=arc;orthogonalLoop=1;jettySize=auto;html=1;exitX=1;exitY=0.5;exitDx=0;exitDy=0;strokeColor=default;align=center;verticalAlign=middle;fontFamily=Helvetica;fontSize=11;fontColor=default;labelBackgroundColor=default;endArrow=classic;entryX=0;entryY=0.5;entryDx=0;entryDy=0;" target="4fcqwB5ZCuZv3aRTupUW-4">
          <mxGeometry relative="1" as="geometry">
            <mxPoint x="1281" y="119.9565217391305" as="targetPoint" />
          </mxGeometry>
        </mxCell>
        <mxCell id="4fcqwB5ZCuZv3aRTupUW-1" parent="1" style="rounded=1;whiteSpace=wrap;html=1;" value="石英" vertex="1">
          <mxGeometry height="60" width="119" x="1081" y="130" as="geometry" />
        </mxCell>
        <mxCell id="4fcqwB5ZCuZv3aRTupUW-10" edge="1" parent="1" source="4fcqwB5ZCuZv3aRTupUW-2" style="edgeStyle=orthogonalEdgeStyle;shape=connector;curved=0;rounded=1;jumpStyle=arc;orthogonalLoop=1;jettySize=auto;html=1;exitX=1;exitY=0.5;exitDx=0;exitDy=0;entryX=0;entryY=0.5;entryDx=0;entryDy=0;strokeColor=default;align=center;verticalAlign=middle;fontFamily=Helvetica;fontSize=11;fontColor=default;labelBackgroundColor=default;endArrow=classic;" target="4fcqwB5ZCuZv3aRTupUW-5">
          <mxGeometry relative="1" as="geometry" />
        </mxCell>
        <mxCell id="4fcqwB5ZCuZv3aRTupUW-2" parent="1" style="rounded=1;whiteSpace=wrap;html=1;" value="玫瑰石英" vertex="1">
          <mxGeometry height="60" width="119" x="1479" y="130" as="geometry" />
        </mxCell>
        <mxCell id="4fcqwB5ZCuZv3aRTupUW-7" edge="1" parent="1" source="4fcqwB5ZCuZv3aRTupUW-3" style="edgeStyle=orthogonalEdgeStyle;shape=connector;curved=0;rounded=1;jumpStyle=arc;orthogonalLoop=1;jettySize=auto;html=1;exitX=1;exitY=0.5;exitDx=0;exitDy=0;entryX=0;entryY=0.5;entryDx=0;entryDy=0;strokeColor=default;align=center;verticalAlign=middle;fontFamily=Helvetica;fontSize=11;fontColor=default;labelBackgroundColor=default;endArrow=classic;" target="4fcqwB5ZCuZv3aRTupUW-4">
          <mxGeometry relative="1" as="geometry">
            <Array as="points">
              <mxPoint x="1300" y="240" />
              <mxPoint x="1300" y="160" />
            </Array>
          </mxGeometry>
        </mxCell>
        <mxCell id="4fcqwB5ZCuZv3aRTupUW-3" parent="1" style="rounded=1;whiteSpace=wrap;html=1;" value="红石" vertex="1">
          <mxGeometry height="60" width="119" x="1081" y="210" as="geometry" />
        </mxCell>
        <mxCell id="4fcqwB5ZCuZv3aRTupUW-9" edge="1" parent="1" source="4fcqwB5ZCuZv3aRTupUW-4" style="edgeStyle=orthogonalEdgeStyle;shape=connector;curved=0;rounded=1;jumpStyle=arc;orthogonalLoop=1;jettySize=auto;html=1;exitX=1;exitY=0.5;exitDx=0;exitDy=0;entryX=0;entryY=0.5;entryDx=0;entryDy=0;strokeColor=default;align=center;verticalAlign=middle;fontFamily=Helvetica;fontSize=11;fontColor=default;labelBackgroundColor=default;endArrow=classic;" target="4fcqwB5ZCuZv3aRTupUW-2">
          <mxGeometry relative="1" as="geometry" />
        </mxCell>
        <mxCell id="4fcqwB5ZCuZv3aRTupUW-4" parent="1" style="rounded=1;whiteSpace=wrap;html=1;" value="玫瑰石英块" vertex="1">
          <mxGeometry height="60" width="119" x="1320" y="130" as="geometry" />
        </mxCell>
        <mxCell id="2kDL9RDc8AbcMjuMP2Lo-4" edge="1" parent="1" source="4fcqwB5ZCuZv3aRTupUW-5" style="edgeStyle=orthogonalEdgeStyle;shape=connector;curved=0;rounded=1;jumpStyle=arc;orthogonalLoop=1;jettySize=auto;html=1;exitX=1;exitY=0.5;exitDx=0;exitDy=0;entryX=0;entryY=0.5;entryDx=0;entryDy=0;strokeColor=default;align=center;verticalAlign=middle;fontFamily=Helvetica;fontSize=11;fontColor=default;labelBackgroundColor=default;endArrow=classic;" target="2kDL9RDc8AbcMjuMP2Lo-3">
          <mxGeometry relative="1" as="geometry" />
        </mxCell>
        <mxCell id="4fcqwB5ZCuZv3aRTupUW-5" parent="1" style="rounded=1;whiteSpace=wrap;html=1;" value="磨制玫瑰石英" vertex="1">
          <mxGeometry height="60" width="119" x="1639" y="130" as="geometry" />
        </mxCell>
        <mxCell id="BimTSkt5NrRpgPhiDMTA-77" edge="1" parent="1" source="4fcqwB5ZCuZv3aRTupUW-11" style="edgeStyle=orthogonalEdgeStyle;shape=connector;rounded=1;jumpStyle=arc;orthogonalLoop=1;jettySize=auto;html=1;exitX=1;exitY=0.5;exitDx=0;exitDy=0;entryX=0;entryY=0.5;entryDx=0;entryDy=0;strokeColor=default;align=center;verticalAlign=middle;fontFamily=Helvetica;fontSize=11;fontColor=default;labelBackgroundColor=default;endArrow=classic;" target="4fcqwB5ZCuZv3aRTupUW-2">
          <mxGeometry relative="1" as="geometry">
            <Array as="points">
              <mxPoint x="1461" y="320" />
              <mxPoint x="1461" y="160" />
            </Array>
          </mxGeometry>
        </mxCell>
        <mxCell id="4fcqwB5ZCuZv3aRTupUW-11" parent="1" style="rounded=1;whiteSpace=wrap;html=1;fillColor=#f5f5f5;fontColor=#333333;strokeColor=#666666;" value="动力锯" vertex="1">
          <mxGeometry height="60" width="120" x="1319" y="290" as="geometry" />
        </mxCell>
        <mxCell id="BimTSkt5NrRpgPhiDMTA-12" edge="1" parent="1" source="2kDL9RDc8AbcMjuMP2Lo-3" style="edgeStyle=orthogonalEdgeStyle;shape=connector;curved=0;rounded=1;jumpStyle=arc;orthogonalLoop=1;jettySize=auto;html=1;exitX=1;exitY=0.5;exitDx=0;exitDy=0;entryX=0;entryY=0.5;entryDx=0;entryDy=0;strokeColor=default;align=center;verticalAlign=middle;fontFamily=Helvetica;fontSize=11;fontColor=default;labelBackgroundColor=default;endArrow=classic;" target="BimTSkt5NrRpgPhiDMTA-11">
          <mxGeometry relative="1" as="geometry">
            <Array as="points">
              <mxPoint x="1918" y="80" />
              <mxPoint x="3100" y="80" />
              <mxPoint x="3100" y="200" />
            </Array>
          </mxGeometry>
        </mxCell>
        <mxCell id="BimTSkt5NrRpgPhiDMTA-13" edge="1" parent="1" source="2kDL9RDc8AbcMjuMP2Lo-3" style="edgeStyle=orthogonalEdgeStyle;shape=connector;curved=0;rounded=1;jumpStyle=none;orthogonalLoop=1;jettySize=auto;html=1;entryX=0;entryY=0.5;entryDx=0;entryDy=0;strokeColor=default;align=center;verticalAlign=middle;fontFamily=Helvetica;fontSize=11;fontColor=default;labelBackgroundColor=default;endArrow=classic;strokeWidth=4;exitX=1;exitY=0.5;exitDx=0;exitDy=0;" target="BimTSkt5NrRpgPhiDMTA-8">
          <mxGeometry relative="1" as="geometry">
            <Array as="points">
              <mxPoint x="3340" y="160" />
              <mxPoint x="3340" y="-640" />
            </Array>
            <mxPoint x="1970" y="60" as="sourcePoint" />
            <mxPoint x="3392" y="-710" as="targetPoint" />
          </mxGeometry>
        </mxCell>
        <mxCell id="2kDL9RDc8AbcMjuMP2Lo-3" parent="1" style="rounded=1;whiteSpace=wrap;html=1;" value="电子管" vertex="1">
          <mxGeometry height="60" width="119" x="1799" y="130" as="geometry" />
        </mxCell>
        <mxCell id="BimTSkt5NrRpgPhiDMTA-3" edge="1" parent="1" source="Ze34olLxH3gQG4Mn-upq-1" style="edgeStyle=orthogonalEdgeStyle;rounded=1;orthogonalLoop=1;jettySize=auto;html=1;exitX=1;exitY=0.5;exitDx=0;exitDy=0;entryX=0;entryY=0.5;entryDx=0;entryDy=0;" target="BimTSkt5NrRpgPhiDMTA-1">
          <mxGeometry relative="1" as="geometry" />
        </mxCell>
        <mxCell id="Ze34olLxH3gQG4Mn-upq-1" parent="1" style="rounded=1;whiteSpace=wrap;html=1;" value="焦黑砖" vertex="1">
          <mxGeometry height="60" width="119" x="2279" y="-430" as="geometry" />
        </mxCell>
        <mxCell id="BimTSkt5NrRpgPhiDMTA-4" edge="1" parent="1" source="BimTSkt5NrRpgPhiDMTA-1" style="edgeStyle=orthogonalEdgeStyle;rounded=1;orthogonalLoop=1;jettySize=auto;html=1;exitX=1;exitY=0.5;exitDx=0;exitDy=0;entryX=0;entryY=0.5;entryDx=0;entryDy=0;" target="BimTSkt5NrRpgPhiDMTA-2">
          <mxGeometry relative="1" as="geometry" />
        </mxCell>
        <mxCell id="BimTSkt5NrRpgPhiDMTA-1" parent="1" style="rounded=1;whiteSpace=wrap;html=1;fillColor=#f5f5f5;fontColor=#333333;strokeColor=#666666;" value="小冶炼炉" vertex="1">
          <mxGeometry height="60" width="119" x="2439" y="-430" as="geometry" />
        </mxCell>
        <mxCell id="BimTSkt5NrRpgPhiDMTA-7" edge="1" parent="1" source="BimTSkt5NrRpgPhiDMTA-2" style="edgeStyle=orthogonalEdgeStyle;shape=connector;curved=0;rounded=1;jumpStyle=none;orthogonalLoop=1;jettySize=auto;html=1;exitX=1;exitY=0.5;exitDx=0;exitDy=0;strokeColor=default;align=center;verticalAlign=middle;fontFamily=Helvetica;fontSize=11;fontColor=default;labelBackgroundColor=default;endArrow=classic;strokeWidth=4;entryX=0;entryY=0.5;entryDx=0;entryDy=0;" target="hVVgvd0LLLONm7yzlIF5-5">
          <mxGeometry relative="1" as="geometry">
            <Array as="points">
              <mxPoint x="2940" y="-400" />
              <mxPoint x="2940" y="-800" />
            </Array>
            <mxPoint x="2760" y="-800" as="targetPoint" />
          </mxGeometry>
        </mxCell>
        <mxCell id="BimTSkt5NrRpgPhiDMTA-2" parent="1" style="rounded=1;whiteSpace=wrap;html=1;" value="&lt;div&gt;液态铜&lt;/div&gt;液态锌" vertex="1">
          <mxGeometry height="60" width="119" x="2599" y="-430" as="geometry" />
        </mxCell>
        <mxCell id="BimTSkt5NrRpgPhiDMTA-35" edge="1" parent="1" source="BimTSkt5NrRpgPhiDMTA-8" style="edgeStyle=orthogonalEdgeStyle;rounded=1;orthogonalLoop=1;jettySize=auto;html=1;exitX=1;exitY=0.5;exitDx=0;exitDy=0;entryX=0;entryY=0.5;entryDx=0;entryDy=0;" target="BimTSkt5NrRpgPhiDMTA-34">
          <mxGeometry relative="1" as="geometry">
            <Array as="points">
              <mxPoint x="3540" y="-640" />
              <mxPoint x="3540" y="-560" />
            </Array>
          </mxGeometry>
        </mxCell>
        <mxCell id="BimTSkt5NrRpgPhiDMTA-57" edge="1" parent="1" source="BimTSkt5NrRpgPhiDMTA-8" style="edgeStyle=orthogonalEdgeStyle;rounded=1;orthogonalLoop=1;jettySize=auto;html=1;exitX=1;exitY=0.5;exitDx=0;exitDy=0;entryX=0;entryY=0.5;entryDx=0;entryDy=0;strokeWidth=4;" target="BimTSkt5NrRpgPhiDMTA-50">
          <mxGeometry relative="1" as="geometry" />
        </mxCell>
        <mxCell id="BimTSkt5NrRpgPhiDMTA-8" parent="1" style="rounded=1;whiteSpace=wrap;html=1;fillColor=#fff2cc;strokeColor=#d6b656;" value="&lt;b&gt;&lt;font style=&quot;font-size: 20px;&quot;&gt;精密构件&lt;/font&gt;&lt;/b&gt;" vertex="1">
          <mxGeometry height="60" width="120" x="3360" y="-670" as="geometry" />
        </mxCell>
        <mxCell id="BimTSkt5NrRpgPhiDMTA-14" edge="1" parent="1" source="BimTSkt5NrRpgPhiDMTA-11" style="edgeStyle=orthogonalEdgeStyle;shape=connector;curved=0;rounded=1;jumpStyle=none;orthogonalLoop=1;jettySize=auto;html=1;exitX=1;exitY=0.5;exitDx=0;exitDy=0;entryX=0;entryY=0.5;entryDx=0;entryDy=0;strokeColor=default;align=center;verticalAlign=middle;fontFamily=Helvetica;fontSize=11;fontColor=default;labelBackgroundColor=default;endArrow=classic;strokeWidth=4;" target="BimTSkt5NrRpgPhiDMTA-8">
          <mxGeometry relative="1" as="geometry">
            <Array as="points">
              <mxPoint x="3340" y="200" />
              <mxPoint x="3340" y="-640" />
            </Array>
          </mxGeometry>
        </mxCell>
        <mxCell id="BimTSkt5NrRpgPhiDMTA-11" parent="1" style="rounded=1;whiteSpace=wrap;html=1;fillColor=#fff2cc;strokeColor=#d6b656;" value="机械手" vertex="1">
          <mxGeometry height="60" width="119" x="3160" y="170" as="geometry" />
        </mxCell>
        <mxCell id="BimTSkt5NrRpgPhiDMTA-21" edge="1" parent="1" source="BimTSkt5NrRpgPhiDMTA-17" style="edgeStyle=orthogonalEdgeStyle;shape=connector;curved=0;rounded=1;jumpStyle=arc;orthogonalLoop=1;jettySize=auto;html=1;exitX=1;exitY=0.5;exitDx=0;exitDy=0;entryX=0;entryY=0.5;entryDx=0;entryDy=0;strokeColor=default;align=center;verticalAlign=middle;fontFamily=Helvetica;fontSize=11;fontColor=default;labelBackgroundColor=default;endArrow=classic;" target="BimTSkt5NrRpgPhiDMTA-20">
          <mxGeometry relative="1" as="geometry" />
        </mxCell>
        <mxCell id="BimTSkt5NrRpgPhiDMTA-17" parent="1" style="rounded=1;whiteSpace=wrap;html=1;" value="焦炉砖" vertex="1">
          <mxGeometry height="60" width="119" x="2279" y="-350" as="geometry" />
        </mxCell>
        <mxCell id="BimTSkt5NrRpgPhiDMTA-24" edge="1" parent="1" source="BimTSkt5NrRpgPhiDMTA-20" style="edgeStyle=orthogonalEdgeStyle;shape=connector;curved=0;rounded=1;jumpStyle=arc;orthogonalLoop=1;jettySize=auto;html=1;exitX=1;exitY=0.5;exitDx=0;exitDy=0;entryX=0;entryY=0.5;entryDx=0;entryDy=0;strokeColor=default;align=center;verticalAlign=middle;fontFamily=Helvetica;fontSize=11;fontColor=default;labelBackgroundColor=default;endArrow=classic;" target="BimTSkt5NrRpgPhiDMTA-23">
          <mxGeometry relative="1" as="geometry" />
        </mxCell>
        <mxCell id="BimTSkt5NrRpgPhiDMTA-25" edge="1" parent="1" source="BimTSkt5NrRpgPhiDMTA-20" style="edgeStyle=orthogonalEdgeStyle;shape=connector;curved=0;rounded=1;jumpStyle=arc;orthogonalLoop=1;jettySize=auto;html=1;exitX=1;exitY=0.5;exitDx=0;exitDy=0;entryX=0;entryY=0.5;entryDx=0;entryDy=0;strokeColor=default;align=center;verticalAlign=middle;fontFamily=Helvetica;fontSize=11;fontColor=default;labelBackgroundColor=default;endArrow=classic;" target="BimTSkt5NrRpgPhiDMTA-22">
          <mxGeometry relative="1" as="geometry">
            <Array as="points">
              <mxPoint x="2558" y="-320" />
              <mxPoint x="2580" y="-320" />
              <mxPoint x="2580" y="-240" />
            </Array>
          </mxGeometry>
        </mxCell>
        <mxCell id="BimTSkt5NrRpgPhiDMTA-20" parent="1" style="rounded=1;whiteSpace=wrap;html=1;" value="焦炉" vertex="1">
          <mxGeometry height="60" width="119" x="2439" y="-350" as="geometry" />
        </mxCell>
        <mxCell id="BimTSkt5NrRpgPhiDMTA-48" edge="1" parent="1" source="BimTSkt5NrRpgPhiDMTA-22" style="edgeStyle=orthogonalEdgeStyle;rounded=1;orthogonalLoop=1;jettySize=auto;html=1;exitX=1;exitY=0.5;exitDx=0;exitDy=0;entryX=0;entryY=0.5;entryDx=0;entryDy=0;jumpStyle=arc;" target="BimTSkt5NrRpgPhiDMTA-43">
          <mxGeometry relative="1" as="geometry">
            <Array as="points">
              <mxPoint x="3900" y="-240" />
              <mxPoint x="3900" y="-480" />
            </Array>
          </mxGeometry>
        </mxCell>
        <mxCell id="BimTSkt5NrRpgPhiDMTA-22" parent="1" style="rounded=1;whiteSpace=wrap;html=1;" value="焦煤" vertex="1">
          <mxGeometry height="60" width="119" x="2599" y="-270" as="geometry" />
        </mxCell>
        <mxCell id="BimTSkt5NrRpgPhiDMTA-30" edge="1" parent="1" source="BimTSkt5NrRpgPhiDMTA-23" style="edgeStyle=orthogonalEdgeStyle;shape=connector;curved=0;rounded=1;jumpStyle=arc;orthogonalLoop=1;jettySize=auto;html=1;exitX=1;exitY=0.5;exitDx=0;exitDy=0;entryX=0;entryY=0.5;entryDx=0;entryDy=0;strokeColor=default;align=center;verticalAlign=middle;fontFamily=Helvetica;fontSize=11;fontColor=default;labelBackgroundColor=default;endArrow=classic;" target="BimTSkt5NrRpgPhiDMTA-29">
          <mxGeometry relative="1" as="geometry">
            <Array as="points">
              <mxPoint x="2740" y="-320" />
              <mxPoint x="2740" y="-320" />
            </Array>
          </mxGeometry>
        </mxCell>
        <mxCell id="BimTSkt5NrRpgPhiDMTA-23" parent="1" style="rounded=1;whiteSpace=wrap;html=1;" value="杂酚油" vertex="1">
          <mxGeometry height="60" width="119" x="2599" y="-350" as="geometry" />
        </mxCell>
        <mxCell id="BimTSkt5NrRpgPhiDMTA-26" parent="1" style="rounded=1;whiteSpace=wrap;html=1;fillColor=#f5f5f5;fontColor=#333333;strokeColor=#666666;" value="手摇曲柄" vertex="1">
          <mxGeometry height="60" width="120" x="200" y="-910" as="geometry" />
        </mxCell>
        <mxCell id="BimTSkt5NrRpgPhiDMTA-33" edge="1" parent="1" source="BimTSkt5NrRpgPhiDMTA-29" style="edgeStyle=orthogonalEdgeStyle;shape=connector;curved=0;rounded=1;jumpStyle=arc;orthogonalLoop=1;jettySize=auto;html=1;strokeColor=default;align=center;verticalAlign=middle;fontFamily=Helvetica;fontSize=11;fontColor=default;labelBackgroundColor=default;endArrow=classic;exitX=1;exitY=0.5;exitDx=0;exitDy=0;" target="BimTSkt5NrRpgPhiDMTA-32" value="">
          <mxGeometry relative="1" as="geometry">
            <Array as="points">
              <mxPoint x="2900" y="-320" />
              <mxPoint x="2900" y="-880" />
            </Array>
          </mxGeometry>
        </mxCell>
        <mxCell id="BimTSkt5NrRpgPhiDMTA-29" parent="1" style="rounded=1;whiteSpace=wrap;html=1;" value="防腐木板" vertex="1">
          <mxGeometry height="60" width="119" x="2760" y="-350" as="geometry" />
        </mxCell>
        <mxCell id="BimTSkt5NrRpgPhiDMTA-38" edge="1" parent="1" source="BimTSkt5NrRpgPhiDMTA-32" style="edgeStyle=orthogonalEdgeStyle;rounded=1;orthogonalLoop=1;jettySize=auto;html=1;exitX=1;exitY=0.5;exitDx=0;exitDy=0;entryX=0;entryY=0.5;entryDx=0;entryDy=0;" target="BimTSkt5NrRpgPhiDMTA-36">
          <mxGeometry relative="1" as="geometry" />
        </mxCell>
        <mxCell id="BimTSkt5NrRpgPhiDMTA-32" parent="1" style="rounded=1;whiteSpace=wrap;html=1;fillColor=#ffe6cc;strokeColor=#d79b00;" value="小水车" vertex="1">
          <mxGeometry height="60" width="119" x="2960" y="-910" as="geometry" />
        </mxCell>
        <mxCell id="BimTSkt5NrRpgPhiDMTA-37" edge="1" parent="1" source="BimTSkt5NrRpgPhiDMTA-34" style="edgeStyle=orthogonalEdgeStyle;rounded=1;orthogonalLoop=1;jettySize=auto;html=1;exitX=1;exitY=0.5;exitDx=0;exitDy=0;entryX=0;entryY=0.5;entryDx=0;entryDy=0;" target="BimTSkt5NrRpgPhiDMTA-36">
          <mxGeometry relative="1" as="geometry">
            <Array as="points">
              <mxPoint x="3740" y="-560" />
              <mxPoint x="3740" y="-880" />
            </Array>
          </mxGeometry>
        </mxCell>
        <mxCell id="BimTSkt5NrRpgPhiDMTA-40" edge="1" parent="1" source="BimTSkt5NrRpgPhiDMTA-34" style="edgeStyle=orthogonalEdgeStyle;rounded=1;orthogonalLoop=1;jettySize=auto;html=1;exitX=1;exitY=0.5;exitDx=0;exitDy=0;entryX=0;entryY=0.5;entryDx=0;entryDy=0;" target="BimTSkt5NrRpgPhiDMTA-39">
          <mxGeometry relative="1" as="geometry" />
        </mxCell>
        <mxCell id="BimTSkt5NrRpgPhiDMTA-34" parent="1" style="rounded=1;whiteSpace=wrap;html=1;fillColor=#fff2cc;strokeColor=#d6b656;" value="动力合成器" vertex="1">
          <mxGeometry height="60" width="119" x="3560" y="-590" as="geometry" />
        </mxCell>
        <mxCell id="BimTSkt5NrRpgPhiDMTA-36" parent="1" style="rounded=1;whiteSpace=wrap;html=1;fillColor=#ffe6cc;strokeColor=#d79b00;" value="大水车" vertex="1">
          <mxGeometry height="60" width="119" x="3760" y="-910" as="geometry" />
        </mxCell>
        <mxCell id="BimTSkt5NrRpgPhiDMTA-42" edge="1" parent="1" source="BimTSkt5NrRpgPhiDMTA-39" style="edgeStyle=orthogonalEdgeStyle;rounded=1;orthogonalLoop=1;jettySize=auto;html=1;exitX=1;exitY=0.5;exitDx=0;exitDy=0;entryX=0;entryY=0.5;entryDx=0;entryDy=0;" target="BimTSkt5NrRpgPhiDMTA-41">
          <mxGeometry relative="1" as="geometry" />
        </mxCell>
        <mxCell id="BimTSkt5NrRpgPhiDMTA-44" edge="1" parent="1" source="BimTSkt5NrRpgPhiDMTA-39" style="edgeStyle=orthogonalEdgeStyle;rounded=1;orthogonalLoop=1;jettySize=auto;html=1;exitX=1;exitY=0.5;exitDx=0;exitDy=0;entryX=0;entryY=0.5;entryDx=0;entryDy=0;" target="BimTSkt5NrRpgPhiDMTA-43">
          <mxGeometry relative="1" as="geometry">
            <Array as="points">
              <mxPoint x="3940" y="-560" />
              <mxPoint x="3940" y="-480" />
            </Array>
          </mxGeometry>
        </mxCell>
        <mxCell id="BimTSkt5NrRpgPhiDMTA-58" edge="1" parent="1" source="BimTSkt5NrRpgPhiDMTA-39" style="edgeStyle=orthogonalEdgeStyle;rounded=1;orthogonalLoop=1;jettySize=auto;html=1;exitX=1;exitY=0.5;exitDx=0;exitDy=0;entryX=0;entryY=0.5;entryDx=0;entryDy=0;jumpStyle=arc;" target="BimTSkt5NrRpgPhiDMTA-52">
          <mxGeometry relative="1" as="geometry">
            <Array as="points">
              <mxPoint x="3920" y="-560" />
              <mxPoint x="3920" y="-400" />
            </Array>
          </mxGeometry>
        </mxCell>
        <mxCell id="BimTSkt5NrRpgPhiDMTA-39" parent="1" style="rounded=1;whiteSpace=wrap;html=1;fillColor=#f5f5f5;fontColor=#333333;strokeColor=#666666;" value="冶炼炉" vertex="1">
          <mxGeometry height="60" width="119" x="3760" y="-590" as="geometry" />
        </mxCell>
        <mxCell id="BimTSkt5NrRpgPhiDMTA-46" edge="1" parent="1" source="BimTSkt5NrRpgPhiDMTA-41" style="edgeStyle=orthogonalEdgeStyle;rounded=1;orthogonalLoop=1;jettySize=auto;html=1;exitX=1;exitY=0.5;exitDx=0;exitDy=0;entryX=0;entryY=0.5;entryDx=0;entryDy=0;strokeWidth=4;" target="BimTSkt5NrRpgPhiDMTA-45">
          <mxGeometry relative="1" as="geometry" />
        </mxCell>
        <mxCell id="BimTSkt5NrRpgPhiDMTA-41" parent="1" style="rounded=1;whiteSpace=wrap;html=1;" value="液态铁" vertex="1">
          <mxGeometry height="60" width="119" x="3960" y="-590" as="geometry" />
        </mxCell>
        <mxCell id="BimTSkt5NrRpgPhiDMTA-47" edge="1" parent="1" source="BimTSkt5NrRpgPhiDMTA-43" style="edgeStyle=orthogonalEdgeStyle;rounded=1;orthogonalLoop=1;jettySize=auto;html=1;exitX=1;exitY=0.5;exitDx=0;exitDy=0;entryX=0;entryY=0.5;entryDx=0;entryDy=0;strokeWidth=4;" target="BimTSkt5NrRpgPhiDMTA-45">
          <mxGeometry relative="1" as="geometry">
            <Array as="points">
              <mxPoint x="4100" y="-480" />
              <mxPoint x="4100" y="-800" />
            </Array>
          </mxGeometry>
        </mxCell>
        <mxCell id="BimTSkt5NrRpgPhiDMTA-43" parent="1" style="rounded=1;whiteSpace=wrap;html=1;" value="焦碳粉&lt;div&gt;（流体）&lt;/div&gt;" vertex="1">
          <mxGeometry height="60" width="119" x="3960" y="-510" as="geometry" />
        </mxCell>
        <mxCell id="BimTSkt5NrRpgPhiDMTA-51" edge="1" parent="1" source="BimTSkt5NrRpgPhiDMTA-45" style="edgeStyle=orthogonalEdgeStyle;rounded=1;orthogonalLoop=1;jettySize=auto;html=1;exitX=1;exitY=0.5;exitDx=0;exitDy=0;entryX=0;entryY=0.5;entryDx=0;entryDy=0;strokeWidth=4;" target="BimTSkt5NrRpgPhiDMTA-50">
          <mxGeometry relative="1" as="geometry">
            <Array as="points">
              <mxPoint x="4260" y="-800" />
              <mxPoint x="4260" y="-640" />
            </Array>
          </mxGeometry>
        </mxCell>
        <mxCell id="BimTSkt5NrRpgPhiDMTA-45" parent="1" style="rounded=1;whiteSpace=wrap;html=1;fillColor=#f5f5f5;strokeColor=#666666;fontColor=#333333;" value="&lt;b&gt;&lt;font style=&quot;font-size: 20px;&quot;&gt;钢&lt;/font&gt;&lt;/b&gt;" vertex="1">
          <mxGeometry height="60" width="120" x="4120" y="-830" as="geometry" />
        </mxCell>
        <mxCell id="aKQlAdYWhEk_16VjKJHb-2" edge="1" parent="1" source="BimTSkt5NrRpgPhiDMTA-50" style="edgeStyle=orthogonalEdgeStyle;rounded=0;orthogonalLoop=1;jettySize=auto;html=1;" target="aKQlAdYWhEk_16VjKJHb-1" value="">
          <mxGeometry relative="1" as="geometry" />
        </mxCell>
        <mxCell id="BimTSkt5NrRpgPhiDMTA-50" parent="1" style="rounded=1;whiteSpace=wrap;html=1;fillColor=#f5f5f5;strokeColor=#666666;fontColor=#333333;" value="&lt;b&gt;&lt;font style=&quot;font-size: 20px;&quot;&gt;坚固构件&lt;/font&gt;&lt;/b&gt;" vertex="1">
          <mxGeometry height="60" width="120" x="4280" y="-670" as="geometry" />
        </mxCell>
        <mxCell id="BimTSkt5NrRpgPhiDMTA-54" edge="1" parent="1" source="BimTSkt5NrRpgPhiDMTA-52" style="edgeStyle=orthogonalEdgeStyle;rounded=1;orthogonalLoop=1;jettySize=auto;html=1;exitX=1;exitY=0.5;exitDx=0;exitDy=0;entryX=0;entryY=0.5;entryDx=0;entryDy=0;strokeWidth=4;" target="BimTSkt5NrRpgPhiDMTA-50">
          <mxGeometry relative="1" as="geometry">
            <Array as="points">
              <mxPoint x="4260" y="-400" />
              <mxPoint x="4260" y="-640" />
            </Array>
          </mxGeometry>
        </mxCell>
        <mxCell id="BimTSkt5NrRpgPhiDMTA-52" parent="1" style="rounded=1;whiteSpace=wrap;html=1;" value="橡胶" vertex="1">
          <mxGeometry height="60" width="119" x="4120.5" y="-430" as="geometry" />
        </mxCell>
        <mxCell id="BimTSkt5NrRpgPhiDMTA-56" edge="1" parent="1" source="BimTSkt5NrRpgPhiDMTA-55" style="edgeStyle=orthogonalEdgeStyle;rounded=1;orthogonalLoop=1;jettySize=auto;html=1;exitX=1;exitY=0.5;exitDx=0;exitDy=0;entryX=0;entryY=0.5;entryDx=0;entryDy=0;jumpStyle=arc;" target="BimTSkt5NrRpgPhiDMTA-52">
          <mxGeometry relative="1" as="geometry" />
        </mxCell>
        <mxCell id="BimTSkt5NrRpgPhiDMTA-55" parent="1" style="rounded=1;whiteSpace=wrap;html=1;" value="预处理橡胶粉" vertex="1">
          <mxGeometry height="60" width="119" x="3760" y="-430" as="geometry" />
        </mxCell>
        <mxCell id="BimTSkt5NrRpgPhiDMTA-60" edge="1" parent="1" source="BimTSkt5NrRpgPhiDMTA-59" style="edgeStyle=orthogonalEdgeStyle;shape=connector;rounded=1;jumpStyle=arc;orthogonalLoop=1;jettySize=auto;html=1;exitX=1;exitY=0.5;exitDx=0;exitDy=0;entryX=0;entryY=0.5;entryDx=0;entryDy=0;strokeColor=default;align=center;verticalAlign=middle;fontFamily=Helvetica;fontSize=11;fontColor=default;labelBackgroundColor=default;endArrow=classic;" target="BimTSkt5NrRpgPhiDMTA-55">
          <mxGeometry relative="1" as="geometry" />
        </mxCell>
        <mxCell id="BimTSkt5NrRpgPhiDMTA-59" parent="1" style="rounded=1;whiteSpace=wrap;html=1;" value="生橡胶粉" vertex="1">
          <mxGeometry height="60" width="119" x="3560" y="-430" as="geometry" />
        </mxCell>
        <mxCell id="BimTSkt5NrRpgPhiDMTA-62" edge="1" parent="1" source="BimTSkt5NrRpgPhiDMTA-61" style="edgeStyle=orthogonalEdgeStyle;shape=connector;rounded=1;jumpStyle=arc;orthogonalLoop=1;jettySize=auto;html=1;exitX=1;exitY=0.5;exitDx=0;exitDy=0;entryX=0;entryY=0.5;entryDx=0;entryDy=0;strokeColor=default;align=center;verticalAlign=middle;fontFamily=Helvetica;fontSize=11;fontColor=default;labelBackgroundColor=default;endArrow=classic;" target="BimTSkt5NrRpgPhiDMTA-55">
          <mxGeometry relative="1" as="geometry">
            <Array as="points">
              <mxPoint x="3740" y="-320" />
              <mxPoint x="3740" y="-400" />
            </Array>
          </mxGeometry>
        </mxCell>
        <mxCell id="BimTSkt5NrRpgPhiDMTA-61" parent="1" style="rounded=1;whiteSpace=wrap;html=1;" value="硫粉" vertex="1">
          <mxGeometry height="60" width="119" x="3560" y="-350" as="geometry" />
        </mxCell>
        <mxCell id="BimTSkt5NrRpgPhiDMTA-64" edge="1" parent="1" source="BimTSkt5NrRpgPhiDMTA-63" style="edgeStyle=orthogonalEdgeStyle;shape=connector;rounded=1;jumpStyle=arc;orthogonalLoop=1;jettySize=auto;html=1;exitX=1;exitY=0.5;exitDx=0;exitDy=0;entryX=0;entryY=0.5;entryDx=0;entryDy=0;strokeColor=default;align=center;verticalAlign=middle;fontFamily=Helvetica;fontSize=11;fontColor=default;labelBackgroundColor=default;endArrow=classic;" target="BimTSkt5NrRpgPhiDMTA-59">
          <mxGeometry relative="1" as="geometry" />
        </mxCell>
        <mxCell id="BimTSkt5NrRpgPhiDMTA-63" parent="1" style="rounded=1;whiteSpace=wrap;html=1;" value="粘性树脂" vertex="1">
          <mxGeometry height="60" width="119" x="3360" y="-430" as="geometry" />
        </mxCell>
        <mxCell id="BimTSkt5NrRpgPhiDMTA-67" edge="1" parent="1" source="BimTSkt5NrRpgPhiDMTA-65" style="edgeStyle=orthogonalEdgeStyle;shape=connector;rounded=1;jumpStyle=arc;orthogonalLoop=1;jettySize=auto;html=1;exitX=1;exitY=0.5;exitDx=0;exitDy=0;entryX=0;entryY=0.5;entryDx=0;entryDy=0;strokeColor=default;align=center;verticalAlign=middle;fontFamily=Helvetica;fontSize=11;fontColor=default;labelBackgroundColor=default;endArrow=classic;" target="BimTSkt5NrRpgPhiDMTA-59">
          <mxGeometry relative="1" as="geometry">
            <Array as="points">
              <mxPoint x="3520" />
              <mxPoint x="3520" y="-400" />
            </Array>
          </mxGeometry>
        </mxCell>
        <mxCell id="BimTSkt5NrRpgPhiDMTA-70" edge="1" parent="1" source="BimTSkt5NrRpgPhiDMTA-65" style="edgeStyle=orthogonalEdgeStyle;shape=connector;rounded=1;jumpStyle=arc;orthogonalLoop=1;jettySize=auto;html=1;exitX=1;exitY=0.5;exitDx=0;exitDy=0;entryX=0;entryY=0.5;entryDx=0;entryDy=0;strokeColor=default;align=center;verticalAlign=middle;fontFamily=Helvetica;fontSize=11;fontColor=default;labelBackgroundColor=default;endArrow=classic;" target="BimTSkt5NrRpgPhiDMTA-61">
          <mxGeometry relative="1" as="geometry">
            <Array as="points">
              <mxPoint x="3540" />
              <mxPoint x="3540" y="-320" />
            </Array>
          </mxGeometry>
        </mxCell>
        <mxCell id="BimTSkt5NrRpgPhiDMTA-85" edge="1" parent="1" source="BimTSkt5NrRpgPhiDMTA-65" style="edgeStyle=orthogonalEdgeStyle;shape=connector;rounded=1;jumpStyle=arc;orthogonalLoop=1;jettySize=auto;html=1;exitX=1;exitY=0.5;exitDx=0;exitDy=0;entryX=0;entryY=0.5;entryDx=0;entryDy=0;strokeColor=default;align=center;verticalAlign=middle;fontFamily=Helvetica;fontSize=11;fontColor=default;labelBackgroundColor=default;endArrow=classic;" target="BimTSkt5NrRpgPhiDMTA-84">
          <mxGeometry relative="1" as="geometry" />
        </mxCell>
        <mxCell id="BimTSkt5NrRpgPhiDMTA-65" parent="1" style="rounded=1;whiteSpace=wrap;html=1;fillColor=#f5f5f5;fontColor=#333333;strokeColor=#666666;" value="离心机" vertex="1">
          <mxGeometry height="60" width="119" x="3360" y="-30" as="geometry" />
        </mxCell>
        <mxCell id="BimTSkt5NrRpgPhiDMTA-69" edge="1" parent="1" source="BimTSkt5NrRpgPhiDMTA-68" style="edgeStyle=orthogonalEdgeStyle;shape=connector;rounded=1;jumpStyle=arc;orthogonalLoop=1;jettySize=auto;html=1;exitX=1;exitY=0.5;exitDx=0;exitDy=0;entryX=0;entryY=0.5;entryDx=0;entryDy=0;strokeColor=default;align=center;verticalAlign=middle;fontFamily=Helvetica;fontSize=11;fontColor=default;labelBackgroundColor=default;endArrow=classic;" target="BimTSkt5NrRpgPhiDMTA-61">
          <mxGeometry relative="1" as="geometry" />
        </mxCell>
        <mxCell id="BimTSkt5NrRpgPhiDMTA-68" parent="1" style="rounded=1;whiteSpace=wrap;html=1;" value="雄黄矿" vertex="1">
          <mxGeometry height="60" width="119" x="3360" y="-350" as="geometry" />
        </mxCell>
        <mxCell id="BimTSkt5NrRpgPhiDMTA-72" edge="1" parent="1" source="BimTSkt5NrRpgPhiDMTA-71" style="edgeStyle=orthogonalEdgeStyle;shape=connector;rounded=1;jumpStyle=arc;orthogonalLoop=1;jettySize=auto;html=1;exitX=1;exitY=0.5;exitDx=0;exitDy=0;entryX=0;entryY=0.5;entryDx=0;entryDy=0;strokeColor=default;align=center;verticalAlign=middle;fontFamily=Helvetica;fontSize=11;fontColor=default;labelBackgroundColor=default;endArrow=classic;" target="BimTSkt5NrRpgPhiDMTA-65">
          <mxGeometry relative="1" as="geometry">
            <Array as="points">
              <mxPoint x="3300" y="-80" />
              <mxPoint x="3300" />
            </Array>
          </mxGeometry>
        </mxCell>
        <mxCell id="BimTSkt5NrRpgPhiDMTA-97" edge="1" parent="1" source="BimTSkt5NrRpgPhiDMTA-71" style="edgeStyle=orthogonalEdgeStyle;shape=connector;rounded=1;jumpStyle=arc;orthogonalLoop=1;jettySize=auto;html=1;exitX=1;exitY=0.5;exitDx=0;exitDy=0;entryX=0;entryY=0.5;entryDx=0;entryDy=0;strokeColor=default;align=center;verticalAlign=middle;fontFamily=Helvetica;fontSize=11;fontColor=default;labelBackgroundColor=default;endArrow=classic;" target="BimTSkt5NrRpgPhiDMTA-96">
          <mxGeometry relative="1" as="geometry">
            <Array as="points">
              <mxPoint x="3140" y="-80" />
              <mxPoint x="3140" y="-160" />
            </Array>
          </mxGeometry>
        </mxCell>
        <mxCell id="BimTSkt5NrRpgPhiDMTA-71" parent="1" style="rounded=1;whiteSpace=wrap;html=1;" value="弹簧" vertex="1">
          <mxGeometry height="60" width="119" x="2960" y="-110" as="geometry" />
        </mxCell>
        <mxCell id="BimTSkt5NrRpgPhiDMTA-74" edge="1" parent="1" source="BimTSkt5NrRpgPhiDMTA-73" style="edgeStyle=orthogonalEdgeStyle;shape=connector;rounded=1;jumpStyle=arc;orthogonalLoop=1;jettySize=auto;html=1;exitX=1;exitY=0.5;exitDx=0;exitDy=0;entryX=0;entryY=0.5;entryDx=0;entryDy=0;strokeColor=default;align=center;verticalAlign=middle;fontFamily=Helvetica;fontSize=11;fontColor=default;labelBackgroundColor=default;endArrow=classic;" target="BimTSkt5NrRpgPhiDMTA-71">
          <mxGeometry relative="1" as="geometry" />
        </mxCell>
        <mxCell id="BimTSkt5NrRpgPhiDMTA-73" parent="1" style="rounded=1;whiteSpace=wrap;html=1;fillColor=#f5f5f5;fontColor=#333333;strokeColor=#666666;" value="卷簧机" vertex="1">
          <mxGeometry height="60" width="119" x="2800" y="-110" as="geometry" />
        </mxCell>
        <mxCell id="BimTSkt5NrRpgPhiDMTA-80" edge="1" parent="1" source="BimTSkt5NrRpgPhiDMTA-79" style="edgeStyle=orthogonalEdgeStyle;shape=connector;rounded=1;jumpStyle=arc;orthogonalLoop=1;jettySize=auto;html=1;exitX=1;exitY=0.5;exitDx=0;exitDy=0;entryX=0;entryY=0.5;entryDx=0;entryDy=0;strokeColor=default;align=center;verticalAlign=middle;fontFamily=Helvetica;fontSize=11;fontColor=default;labelBackgroundColor=default;endArrow=classic;" target="hVVgvd0LLLONm7yzlIF5-21">
          <mxGeometry relative="1" as="geometry" />
        </mxCell>
        <mxCell id="BimTSkt5NrRpgPhiDMTA-79" parent="1" style="rounded=1;whiteSpace=wrap;html=1;" value="热锻铁" vertex="1">
          <mxGeometry height="60" width="120" x="400" y="-430" as="geometry" />
        </mxCell>
        <mxCell id="BimTSkt5NrRpgPhiDMTA-82" edge="1" parent="1" source="BimTSkt5NrRpgPhiDMTA-81" style="edgeStyle=orthogonalEdgeStyle;shape=connector;rounded=1;jumpStyle=arc;orthogonalLoop=1;jettySize=auto;html=1;exitX=1;exitY=0.5;exitDx=0;exitDy=0;entryX=0;entryY=0.5;entryDx=0;entryDy=0;strokeColor=default;align=center;verticalAlign=middle;fontFamily=Helvetica;fontSize=11;fontColor=default;labelBackgroundColor=default;endArrow=classic;" target="BimTSkt5NrRpgPhiDMTA-79">
          <mxGeometry relative="1" as="geometry" />
        </mxCell>
        <mxCell id="BimTSkt5NrRpgPhiDMTA-81" parent="1" style="rounded=1;whiteSpace=wrap;html=1;" value="铁锭" vertex="1">
          <mxGeometry height="60" width="120" x="240" y="-430" as="geometry" />
        </mxCell>
        <mxCell id="BimTSkt5NrRpgPhiDMTA-84" parent="1" style="rounded=1;whiteSpace=wrap;html=1;" value="植物燃料" vertex="1">
          <mxGeometry height="60" width="119" x="3560" y="50" as="geometry" />
        </mxCell>
        <mxCell id="BimTSkt5NrRpgPhiDMTA-88" edge="1" parent="1" source="BimTSkt5NrRpgPhiDMTA-87" style="edgeStyle=orthogonalEdgeStyle;shape=connector;rounded=1;jumpStyle=arc;orthogonalLoop=1;jettySize=auto;html=1;exitX=1;exitY=0.5;exitDx=0;exitDy=0;entryX=0;entryY=0.5;entryDx=0;entryDy=0;strokeColor=default;align=center;verticalAlign=middle;fontFamily=Helvetica;fontSize=11;fontColor=default;labelBackgroundColor=default;endArrow=classic;" target="BimTSkt5NrRpgPhiDMTA-84">
          <mxGeometry relative="1" as="geometry" />
        </mxCell>
        <mxCell id="BimTSkt5NrRpgPhiDMTA-87" parent="1" style="rounded=1;whiteSpace=wrap;html=1;" value="植物油" vertex="1">
          <mxGeometry height="60" width="119" x="2119" y="50" as="geometry" />
        </mxCell>
        <mxCell id="BimTSkt5NrRpgPhiDMTA-91" edge="1" parent="1" source="BimTSkt5NrRpgPhiDMTA-90" style="edgeStyle=orthogonalEdgeStyle;shape=connector;rounded=1;jumpStyle=arc;orthogonalLoop=1;jettySize=auto;html=1;exitX=1;exitY=0.5;exitDx=0;exitDy=0;entryX=0;entryY=0.5;entryDx=0;entryDy=0;strokeColor=default;align=center;verticalAlign=middle;fontFamily=Helvetica;fontSize=11;fontColor=default;labelBackgroundColor=default;endArrow=classic;" target="BimTSkt5NrRpgPhiDMTA-87">
          <mxGeometry relative="1" as="geometry" />
        </mxCell>
        <mxCell id="BimTSkt5NrRpgPhiDMTA-90" parent="1" style="rounded=1;whiteSpace=wrap;html=1;" value="植物油质块" vertex="1">
          <mxGeometry height="60" width="119" x="1959" y="50" as="geometry" />
        </mxCell>
        <mxCell id="BimTSkt5NrRpgPhiDMTA-94" edge="1" parent="1" source="BimTSkt5NrRpgPhiDMTA-92" style="edgeStyle=orthogonalEdgeStyle;shape=connector;rounded=1;jumpStyle=arc;orthogonalLoop=1;jettySize=auto;html=1;exitX=1;exitY=0.5;exitDx=0;exitDy=0;entryX=0;entryY=0.5;entryDx=0;entryDy=0;strokeColor=default;align=center;verticalAlign=middle;fontFamily=Helvetica;fontSize=11;fontColor=default;labelBackgroundColor=default;endArrow=classic;" target="BimTSkt5NrRpgPhiDMTA-90">
          <mxGeometry relative="1" as="geometry" />
        </mxCell>
        <mxCell id="BimTSkt5NrRpgPhiDMTA-92" parent="1" style="rounded=1;whiteSpace=wrap;html=1;" value="种子" vertex="1">
          <mxGeometry height="60" width="119" x="401" y="50" as="geometry" />
        </mxCell>
        <mxCell id="BimTSkt5NrRpgPhiDMTA-98" edge="1" parent="1" source="BimTSkt5NrRpgPhiDMTA-96" style="edgeStyle=orthogonalEdgeStyle;shape=connector;rounded=1;jumpStyle=arc;orthogonalLoop=1;jettySize=auto;html=1;exitX=1;exitY=0.5;exitDx=0;exitDy=0;entryX=0;entryY=0.5;entryDx=0;entryDy=0;strokeColor=default;align=center;verticalAlign=middle;fontFamily=Helvetica;fontSize=11;fontColor=default;labelBackgroundColor=default;endArrow=classic;" target="BimTSkt5NrRpgPhiDMTA-63">
          <mxGeometry relative="1" as="geometry">
            <Array as="points">
              <mxPoint x="3300" y="-160" />
              <mxPoint x="3300" y="-400" />
            </Array>
          </mxGeometry>
        </mxCell>
        <mxCell id="BimTSkt5NrRpgPhiDMTA-96" parent="1" style="rounded=1;whiteSpace=wrap;html=1;fillColor=#f5f5f5;fontColor=#333333;strokeColor=#666666;" value="振动台" vertex="1">
          <mxGeometry height="60" width="119" x="3160" y="-190" as="geometry" />
        </mxCell>
        <mxCell id="BimTSkt5NrRpgPhiDMTA-100" edge="1" parent="1" source="BimTSkt5NrRpgPhiDMTA-99" style="edgeStyle=orthogonalEdgeStyle;shape=connector;rounded=1;jumpStyle=arc;orthogonalLoop=1;jettySize=auto;html=1;exitX=1;exitY=0.5;exitDx=0;exitDy=0;entryX=0;entryY=0.5;entryDx=0;entryDy=0;strokeColor=default;align=center;verticalAlign=middle;fontFamily=Helvetica;fontSize=11;fontColor=default;labelBackgroundColor=default;endArrow=classic;" target="BimTSkt5NrRpgPhiDMTA-63">
          <mxGeometry relative="1" as="geometry" />
        </mxCell>
        <mxCell id="BimTSkt5NrRpgPhiDMTA-99" parent="1" style="rounded=1;whiteSpace=wrap;html=1;" value="橡胶木浆" vertex="1">
          <mxGeometry height="60" width="119" x="3160" y="-430" as="geometry" />
        </mxCell>
        <mxCell id="BimTSkt5NrRpgPhiDMTA-102" edge="1" parent="1" source="BimTSkt5NrRpgPhiDMTA-101" style="edgeStyle=orthogonalEdgeStyle;shape=connector;rounded=1;jumpStyle=arc;orthogonalLoop=1;jettySize=auto;html=1;exitX=1;exitY=0.5;exitDx=0;exitDy=0;entryX=0;entryY=0.5;entryDx=0;entryDy=0;strokeColor=default;align=center;verticalAlign=middle;fontFamily=Helvetica;fontSize=11;fontColor=default;labelBackgroundColor=default;endArrow=classic;" target="BimTSkt5NrRpgPhiDMTA-99">
          <mxGeometry relative="1" as="geometry" />
        </mxCell>
        <mxCell id="BimTSkt5NrRpgPhiDMTA-101" parent="1" style="rounded=1;whiteSpace=wrap;html=1;" value="橡胶木" vertex="1">
          <mxGeometry height="60" width="119" x="2961" y="-430" as="geometry" />
        </mxCell>
+         <mxCell id="BimTSkt5NrRpgPhiDMTA-104" parent="1" style="rounded=1;whiteSpace=wrap;html=1;fillColor=#f5f5f5;strokeColor=#666666;fontColor=#333333;" value="&lt;b&gt;&lt;font style=&quot;font-size: 20px;&quot;&gt;坚固构件&lt;/font&gt;&lt;/b&gt;" vertex="1">
+           <mxGeometry height="60" width="120" x="4320" y="-540" as="geometry" />
+         </mxCell>
        <mxCell id="aKQlAdYWhEk_16VjKJHb-1" parent="1" style="ellipse;whiteSpace=wrap;html=1;fillColor=#f5f5f5;strokeColor=#666666;fontColor=#333333;rounded=1;" value="脆弱构件" vertex="1">
          <mxGeometry height="80" width="80" x="4500" y="-680" as="geometry" />
        </mxCell>
      </root>
    </mxGraphModel>
  </diagram>
</mxfile>
